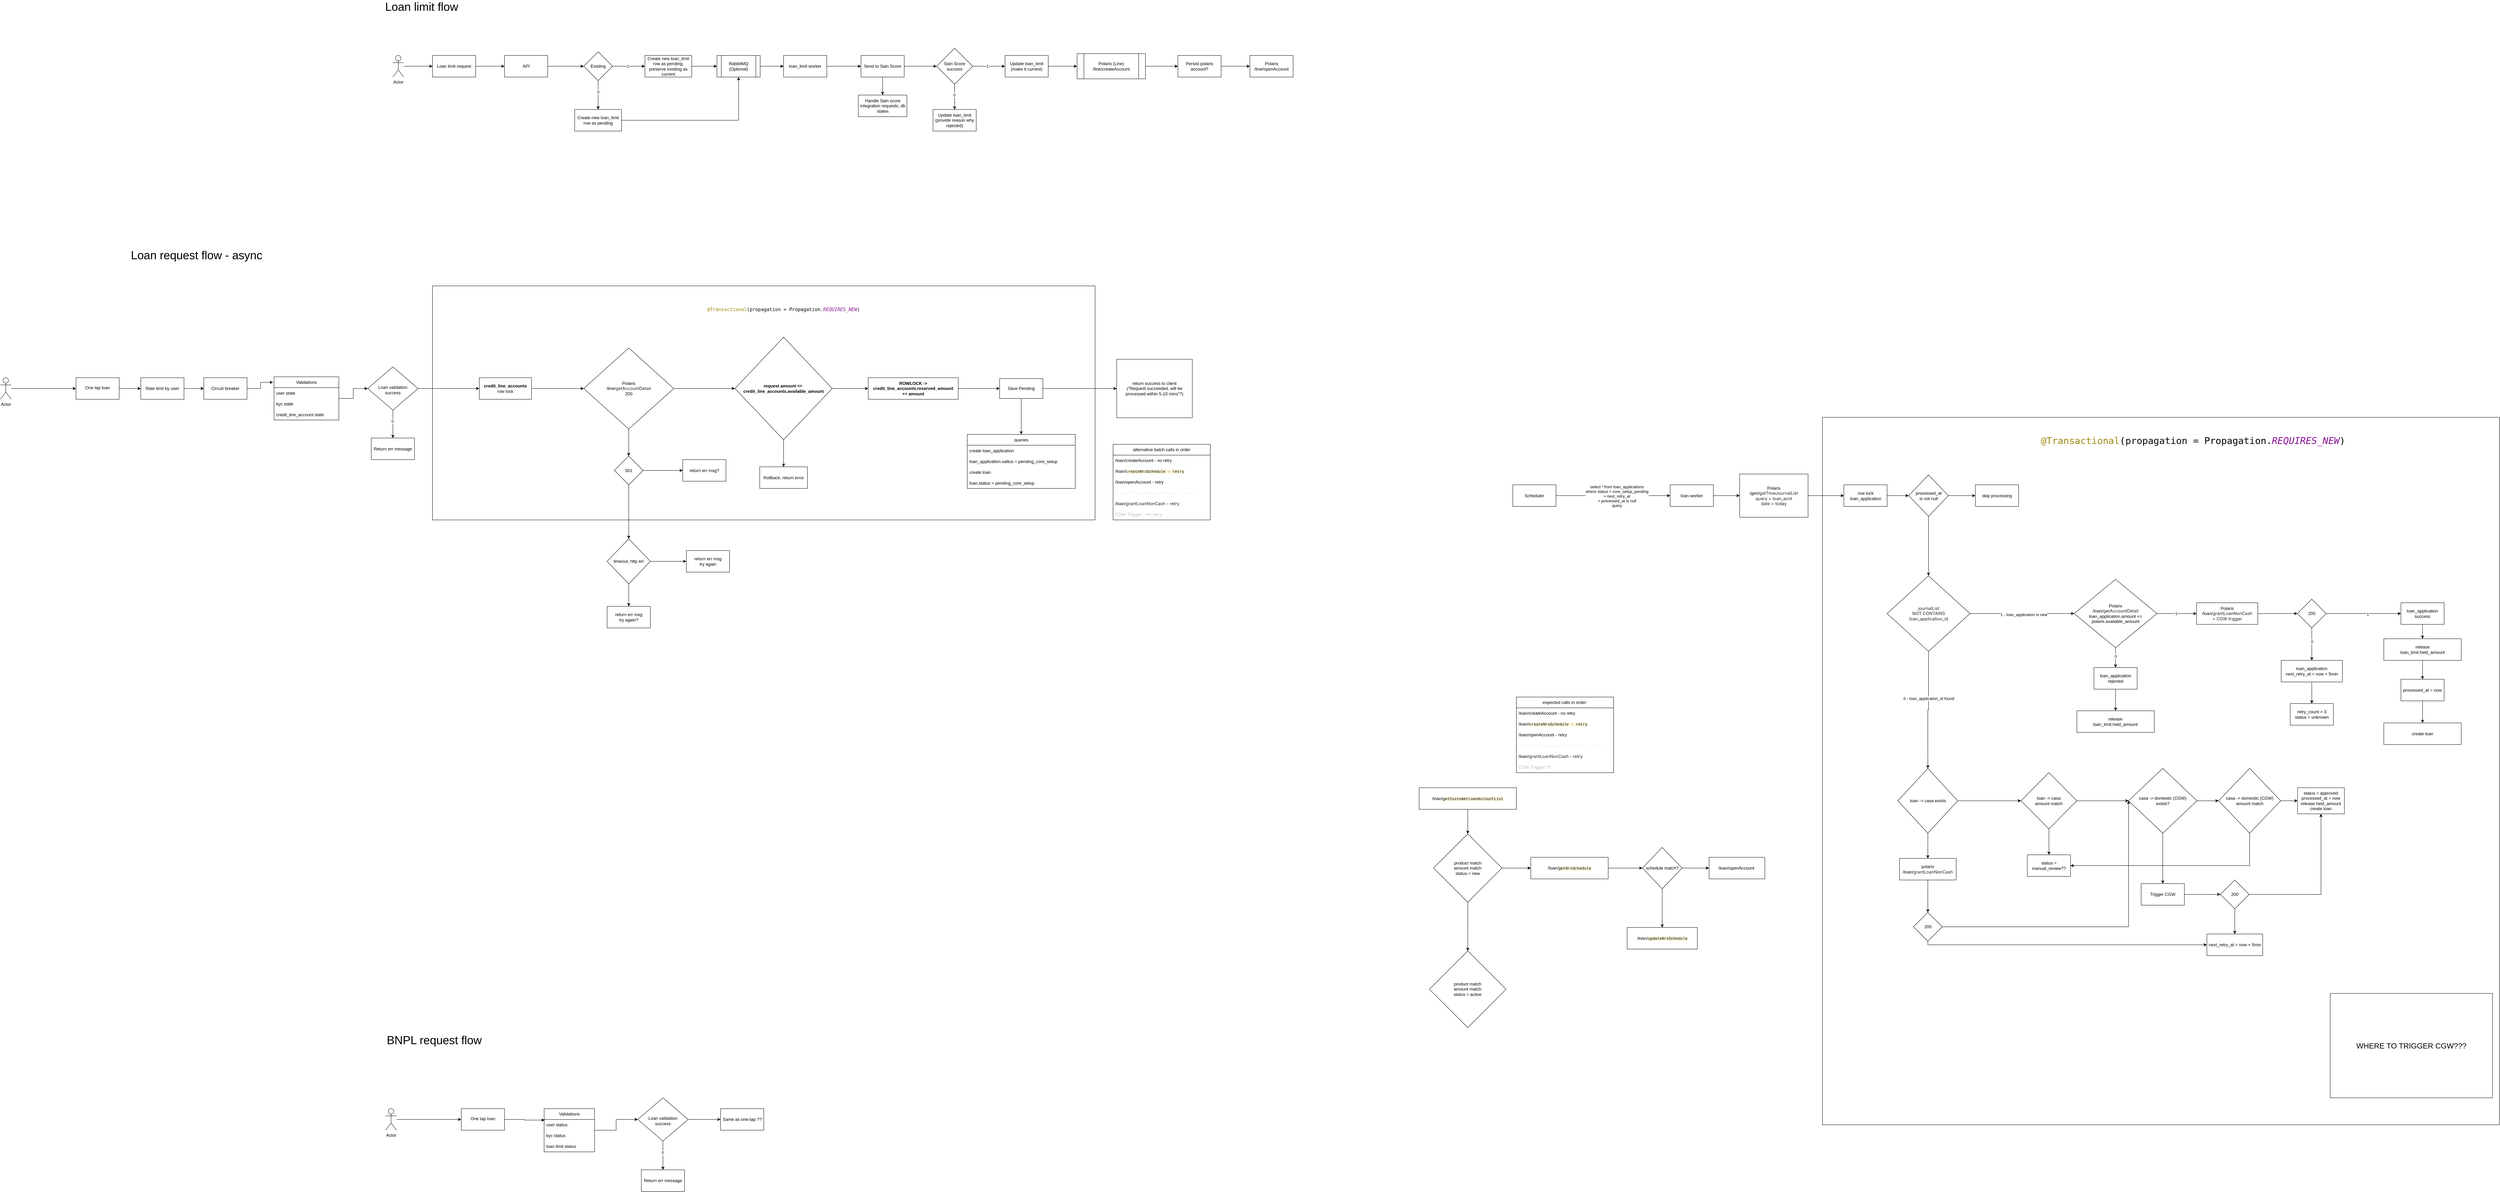
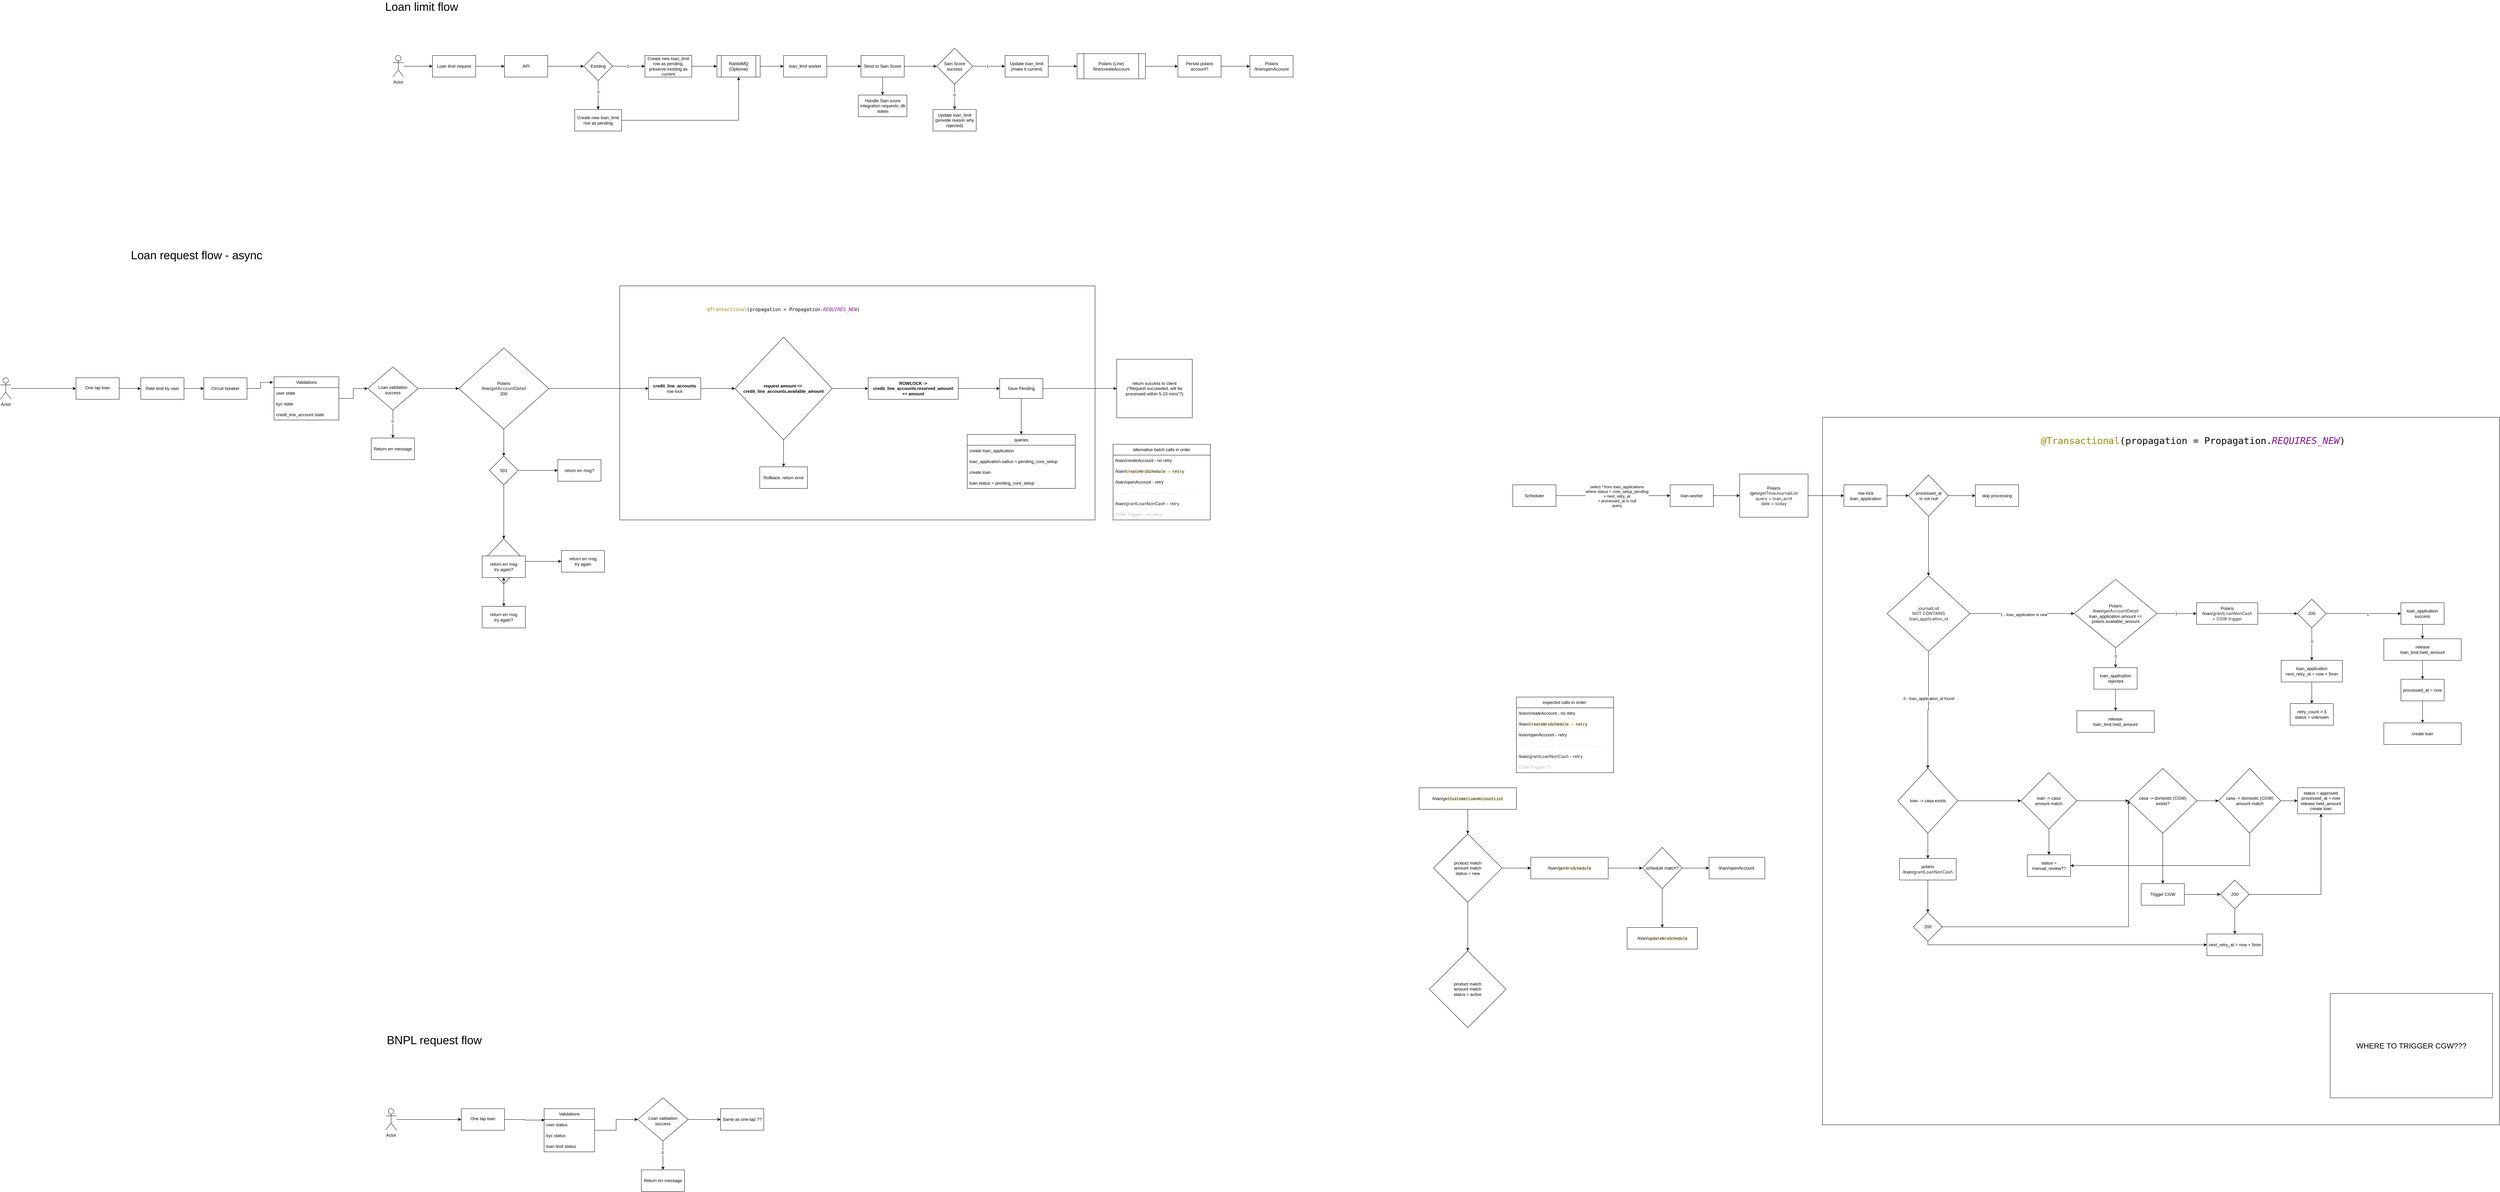
<mxfile host="app.diagrams.net">
  <diagram name="Page-1" id="VCBSuIh8bz7kurrQ0Zaz">
-     <mxGraphModel dx="2512" dy="475" grid="1" gridSize="10" guides="1" tooltips="1" connect="1" arrows="1" fold="1" page="1" pageScale="1" pageWidth="850" pageHeight="1100" math="0" shadow="0">
+     <mxGraphModel dx="3374" dy="979" grid="1" gridSize="10" guides="1" tooltips="1" connect="1" arrows="1" fold="1" page="1" pageScale="1" pageWidth="850" pageHeight="1100" math="0" shadow="0">
      <root>
        <mxCell id="0" />
        <mxCell id="1" parent="0" />
        <mxCell id="In8fDh9ZLN2M87an2Miy-188" parent="1" style="rounded=0;whiteSpace=wrap;html=1;movable=0;resizable=0;rotatable=0;deletable=0;editable=0;locked=1;connectable=0;" value="" vertex="1">
          <mxGeometry height="1965" width="1880" x="4010" y="1215" as="geometry" />
        </mxCell>
        <mxCell id="In8fDh9ZLN2M87an2Miy-172" parent="1" style="rounded=0;whiteSpace=wrap;html=1;movable=0;resizable=0;rotatable=0;deletable=0;editable=0;locked=1;connectable=0;" value="" vertex="1">
-           <mxGeometry height="650" width="1840" x="150" y="850" as="geometry" />
+           <mxGeometry height="650" width="1320" x="670" y="850" as="geometry" />
        </mxCell>
        <mxCell id="KqixbsF9o6dLofBvsG9t-5" edge="1" parent="1" source="KqixbsF9o6dLofBvsG9t-1" style="edgeStyle=orthogonalEdgeStyle;rounded=0;orthogonalLoop=1;jettySize=auto;html=1;" target="KqixbsF9o6dLofBvsG9t-4" value="">
          <mxGeometry relative="1" as="geometry" />
        </mxCell>
        <mxCell id="KqixbsF9o6dLofBvsG9t-1" parent="1" style="rounded=0;whiteSpace=wrap;html=1;" value="Loan limit request" vertex="1">
          <mxGeometry height="60" width="120" x="150" y="210" as="geometry" />
        </mxCell>
        <mxCell id="KqixbsF9o6dLofBvsG9t-3" edge="1" parent="1" source="KqixbsF9o6dLofBvsG9t-2" style="edgeStyle=orthogonalEdgeStyle;rounded=0;orthogonalLoop=1;jettySize=auto;html=1;" target="KqixbsF9o6dLofBvsG9t-1" value="">
          <mxGeometry relative="1" as="geometry" />
        </mxCell>
        <mxCell id="KqixbsF9o6dLofBvsG9t-2" parent="1" style="shape=umlActor;verticalLabelPosition=bottom;verticalAlign=top;html=1;outlineConnect=0;" value="Actor" vertex="1">
          <mxGeometry height="60" width="30" x="40" y="210" as="geometry" />
        </mxCell>
        <mxCell id="KqixbsF9o6dLofBvsG9t-9" edge="1" parent="1" source="KqixbsF9o6dLofBvsG9t-4" style="edgeStyle=orthogonalEdgeStyle;rounded=0;orthogonalLoop=1;jettySize=auto;html=1;" target="KqixbsF9o6dLofBvsG9t-8" value="">
          <mxGeometry relative="1" as="geometry" />
        </mxCell>
        <mxCell id="KqixbsF9o6dLofBvsG9t-4" parent="1" style="rounded=0;whiteSpace=wrap;html=1;" value="API" vertex="1">
          <mxGeometry height="60" width="120" x="350" y="210" as="geometry" />
        </mxCell>
        <mxCell id="KqixbsF9o6dLofBvsG9t-11" edge="1" parent="1" source="KqixbsF9o6dLofBvsG9t-8" style="edgeStyle=orthogonalEdgeStyle;rounded=0;orthogonalLoop=1;jettySize=auto;html=1;" target="KqixbsF9o6dLofBvsG9t-10" value="">
          <mxGeometry relative="1" as="geometry" />
        </mxCell>
        <mxCell id="KqixbsF9o6dLofBvsG9t-12" connectable="0" parent="KqixbsF9o6dLofBvsG9t-11" style="edgeLabel;html=1;align=center;verticalAlign=middle;resizable=0;points=[];" value="1" vertex="1">
          <mxGeometry relative="1" x="-0.079" as="geometry">
            <mxPoint as="offset" />
          </mxGeometry>
        </mxCell>
        <mxCell id="KqixbsF9o6dLofBvsG9t-14" edge="1" parent="1" source="KqixbsF9o6dLofBvsG9t-8" style="edgeStyle=orthogonalEdgeStyle;rounded=0;orthogonalLoop=1;jettySize=auto;html=1;" target="KqixbsF9o6dLofBvsG9t-13" value="">
          <mxGeometry relative="1" as="geometry" />
        </mxCell>
        <mxCell id="KqixbsF9o6dLofBvsG9t-15" connectable="0" parent="KqixbsF9o6dLofBvsG9t-14" style="edgeLabel;html=1;align=center;verticalAlign=middle;resizable=0;points=[];" value="0" vertex="1">
          <mxGeometry relative="1" x="-0.2407" as="geometry">
            <mxPoint as="offset" />
          </mxGeometry>
        </mxCell>
        <mxCell id="KqixbsF9o6dLofBvsG9t-8" parent="1" style="rhombus;whiteSpace=wrap;html=1;rounded=0;" value="Existing" vertex="1">
          <mxGeometry height="80" width="80" x="570" y="200" as="geometry" />
        </mxCell>
        <mxCell id="KqixbsF9o6dLofBvsG9t-23" edge="1" parent="1" source="KqixbsF9o6dLofBvsG9t-10" style="edgeStyle=orthogonalEdgeStyle;rounded=0;orthogonalLoop=1;jettySize=auto;html=1;" target="KqixbsF9o6dLofBvsG9t-22" value="">
          <mxGeometry relative="1" as="geometry" />
        </mxCell>
        <mxCell id="KqixbsF9o6dLofBvsG9t-10" parent="1" style="whiteSpace=wrap;html=1;rounded=0;" value="Create new loan_limit row as pending, preserve existing as current" vertex="1">
          <mxGeometry height="60" width="130" x="740" y="210" as="geometry" />
        </mxCell>
        <mxCell id="KqixbsF9o6dLofBvsG9t-26" edge="1" parent="1" source="KqixbsF9o6dLofBvsG9t-13" style="edgeStyle=orthogonalEdgeStyle;rounded=0;orthogonalLoop=1;jettySize=auto;html=1;entryX=0.5;entryY=1;entryDx=0;entryDy=0;" target="KqixbsF9o6dLofBvsG9t-22">
          <mxGeometry relative="1" as="geometry" />
        </mxCell>
        <mxCell id="KqixbsF9o6dLofBvsG9t-13" parent="1" style="whiteSpace=wrap;html=1;rounded=0;" value="Create new loan_limit row as pending" vertex="1">
          <mxGeometry height="60" width="130" x="545" y="360" as="geometry" />
        </mxCell>
        <mxCell id="KqixbsF9o6dLofBvsG9t-25" edge="1" parent="1" source="KqixbsF9o6dLofBvsG9t-22" style="edgeStyle=orthogonalEdgeStyle;rounded=0;orthogonalLoop=1;jettySize=auto;html=1;" target="KqixbsF9o6dLofBvsG9t-24" value="">
          <mxGeometry relative="1" as="geometry" />
        </mxCell>
        <mxCell id="KqixbsF9o6dLofBvsG9t-22" parent="1" style="shape=process;whiteSpace=wrap;html=1;backgroundOutline=1;rounded=0;" value="RabbitMQ (Optional)" vertex="1">
          <mxGeometry height="60" width="120" x="940" y="210" as="geometry" />
        </mxCell>
        <mxCell id="KqixbsF9o6dLofBvsG9t-28" edge="1" parent="1" source="KqixbsF9o6dLofBvsG9t-24" style="edgeStyle=orthogonalEdgeStyle;rounded=0;orthogonalLoop=1;jettySize=auto;html=1;" target="KqixbsF9o6dLofBvsG9t-27" value="">
          <mxGeometry relative="1" as="geometry" />
        </mxCell>
        <mxCell id="KqixbsF9o6dLofBvsG9t-24" parent="1" style="whiteSpace=wrap;html=1;rounded=0;" value="loan_limit worker" vertex="1">
          <mxGeometry height="60" width="120" x="1125" y="210" as="geometry" />
        </mxCell>
        <mxCell id="KqixbsF9o6dLofBvsG9t-30" edge="1" parent="1" source="KqixbsF9o6dLofBvsG9t-27" style="edgeStyle=orthogonalEdgeStyle;rounded=0;orthogonalLoop=1;jettySize=auto;html=1;" target="KqixbsF9o6dLofBvsG9t-29" value="">
          <mxGeometry relative="1" as="geometry" />
        </mxCell>
        <mxCell id="KqixbsF9o6dLofBvsG9t-38" edge="1" parent="1" source="KqixbsF9o6dLofBvsG9t-27" style="edgeStyle=orthogonalEdgeStyle;rounded=0;orthogonalLoop=1;jettySize=auto;html=1;" target="KqixbsF9o6dLofBvsG9t-37" value="">
          <mxGeometry relative="1" as="geometry" />
        </mxCell>
        <mxCell id="KqixbsF9o6dLofBvsG9t-27" parent="1" style="whiteSpace=wrap;html=1;rounded=0;" value="Send to Sain Score" vertex="1">
          <mxGeometry height="60" width="120" x="1340" y="210" as="geometry" />
        </mxCell>
        <mxCell id="KqixbsF9o6dLofBvsG9t-32" edge="1" parent="1" source="KqixbsF9o6dLofBvsG9t-29" style="edgeStyle=orthogonalEdgeStyle;rounded=0;orthogonalLoop=1;jettySize=auto;html=1;" target="KqixbsF9o6dLofBvsG9t-31" value="">
          <mxGeometry relative="1" as="geometry" />
        </mxCell>
        <mxCell id="KqixbsF9o6dLofBvsG9t-33" connectable="0" parent="KqixbsF9o6dLofBvsG9t-32" style="edgeLabel;html=1;align=center;verticalAlign=middle;resizable=0;points=[];" value="1" vertex="1">
          <mxGeometry relative="1" x="-0.1048" as="geometry">
            <mxPoint as="offset" />
          </mxGeometry>
        </mxCell>
        <mxCell id="KqixbsF9o6dLofBvsG9t-35" edge="1" parent="1" source="KqixbsF9o6dLofBvsG9t-29" style="edgeStyle=orthogonalEdgeStyle;rounded=0;orthogonalLoop=1;jettySize=auto;html=1;" target="KqixbsF9o6dLofBvsG9t-34" value="">
          <mxGeometry relative="1" as="geometry" />
        </mxCell>
        <mxCell id="KqixbsF9o6dLofBvsG9t-36" connectable="0" parent="KqixbsF9o6dLofBvsG9t-35" style="edgeLabel;html=1;align=center;verticalAlign=middle;resizable=0;points=[];" value="0" vertex="1">
          <mxGeometry relative="1" x="-0.1429" y="-1" as="geometry">
            <mxPoint as="offset" />
          </mxGeometry>
        </mxCell>
        <mxCell id="KqixbsF9o6dLofBvsG9t-29" parent="1" style="rhombus;whiteSpace=wrap;html=1;rounded=0;" value="Sain Score success" vertex="1">
          <mxGeometry height="100" width="100" x="1550" y="190" as="geometry" />
        </mxCell>
        <mxCell id="KqixbsF9o6dLofBvsG9t-66" edge="1" parent="1" source="KqixbsF9o6dLofBvsG9t-31" style="edgeStyle=orthogonalEdgeStyle;rounded=0;orthogonalLoop=1;jettySize=auto;html=1;" target="KqixbsF9o6dLofBvsG9t-65" value="">
          <mxGeometry relative="1" as="geometry" />
        </mxCell>
        <mxCell id="KqixbsF9o6dLofBvsG9t-31" parent="1" style="whiteSpace=wrap;html=1;rounded=0;" value="Update loan_limit (make it current)" vertex="1">
          <mxGeometry height="60" width="120" x="1740" y="210" as="geometry" />
        </mxCell>
        <mxCell id="KqixbsF9o6dLofBvsG9t-34" parent="1" style="whiteSpace=wrap;html=1;rounded=0;" value="Update loan_limit&lt;br&gt;(provide reason why rejected)" vertex="1">
          <mxGeometry height="60" width="120" x="1540" y="360" as="geometry" />
        </mxCell>
        <mxCell id="KqixbsF9o6dLofBvsG9t-37" parent="1" style="whiteSpace=wrap;html=1;rounded=0;" value="Handle Sain score integration requests, db states" vertex="1">
          <mxGeometry height="60" width="135" x="1332.5" y="320" as="geometry" />
        </mxCell>
        <mxCell id="KqixbsF9o6dLofBvsG9t-40" parent="1" style="text;html=1;whiteSpace=wrap;strokeColor=none;fillColor=none;align=center;verticalAlign=middle;rounded=0;fontSize=32;" value="Loan limit flow" vertex="1">
          <mxGeometry height="30" width="260" x="-10" y="60" as="geometry" />
        </mxCell>
        <mxCell id="KqixbsF9o6dLofBvsG9t-74" edge="1" parent="1" source="KqixbsF9o6dLofBvsG9t-65" style="edgeStyle=orthogonalEdgeStyle;rounded=0;orthogonalLoop=1;jettySize=auto;html=1;" target="KqixbsF9o6dLofBvsG9t-73" value="">
          <mxGeometry relative="1" as="geometry" />
        </mxCell>
        <mxCell id="KqixbsF9o6dLofBvsG9t-65" parent="1" style="shape=process;whiteSpace=wrap;html=1;backgroundOutline=1;rounded=0;" value="Polaris (Line)&lt;br&gt;/line/createAccount" vertex="1">
          <mxGeometry height="70" width="190" x="1940" y="205" as="geometry" />
        </mxCell>
        <mxCell id="P7TJZT1PVnBYbLh7lMs1-4" edge="1" parent="1" source="KqixbsF9o6dLofBvsG9t-73" style="edgeStyle=orthogonalEdgeStyle;rounded=0;orthogonalLoop=1;jettySize=auto;html=1;" target="P7TJZT1PVnBYbLh7lMs1-3" value="">
          <mxGeometry relative="1" as="geometry" />
        </mxCell>
        <mxCell id="KqixbsF9o6dLofBvsG9t-73" parent="1" style="whiteSpace=wrap;html=1;rounded=0;" value="Persist polaris account?" vertex="1">
          <mxGeometry height="60" width="120" x="2220" y="210" as="geometry" />
        </mxCell>
        <mxCell id="U8Ajh8Gpa-m2DNKNFQys-1" parent="1" style="text;html=1;whiteSpace=wrap;strokeColor=none;fillColor=none;align=center;verticalAlign=middle;rounded=0;fontSize=32;" value="Loan request flow - async" vertex="1">
          <mxGeometry height="30" width="590" x="-800" y="750" as="geometry" />
        </mxCell>
        <mxCell id="In8fDh9ZLN2M87an2Miy-1" edge="1" parent="1" source="In8fDh9ZLN2M87an2Miy-2" style="edgeStyle=orthogonalEdgeStyle;rounded=0;orthogonalLoop=1;jettySize=auto;html=1;" target="In8fDh9ZLN2M87an2Miy-4" value="">
          <mxGeometry relative="1" as="geometry" />
        </mxCell>
        <mxCell id="In8fDh9ZLN2M87an2Miy-2" parent="1" style="shape=umlActor;verticalLabelPosition=bottom;verticalAlign=top;html=1;outlineConnect=0;" value="Actor" vertex="1">
          <mxGeometry height="60" width="30" x="-1050" y="1105" as="geometry" />
        </mxCell>
        <mxCell id="P7TJZT1PVnBYbLh7lMs1-42" edge="1" parent="1" source="In8fDh9ZLN2M87an2Miy-4" style="edgeStyle=orthogonalEdgeStyle;rounded=0;orthogonalLoop=1;jettySize=auto;html=1;" target="P7TJZT1PVnBYbLh7lMs1-41" value="">
          <mxGeometry relative="1" as="geometry" />
        </mxCell>
        <mxCell id="In8fDh9ZLN2M87an2Miy-4" parent="1" style="whiteSpace=wrap;html=1;verticalAlign=top;" value="&lt;div&gt;&lt;br&gt;&lt;/div&gt;&lt;div&gt;One tap loan&lt;/div&gt;" vertex="1">
          <mxGeometry height="60" width="120" x="-840" y="1105" as="geometry" />
        </mxCell>
        <mxCell id="In8fDh9ZLN2M87an2Miy-7" edge="1" parent="1" source="In8fDh9ZLN2M87an2Miy-9" style="edgeStyle=orthogonalEdgeStyle;rounded=0;orthogonalLoop=1;jettySize=auto;html=1;" target="In8fDh9ZLN2M87an2Miy-13" value="">
          <mxGeometry relative="1" as="geometry" />
        </mxCell>
        <mxCell id="In8fDh9ZLN2M87an2Miy-8" connectable="0" parent="In8fDh9ZLN2M87an2Miy-7" style="edgeLabel;html=1;align=center;verticalAlign=middle;resizable=0;points=[];" value="0" vertex="1">
          <mxGeometry relative="1" x="-0.2091" y="-1" as="geometry">
            <mxPoint as="offset" />
          </mxGeometry>
        </mxCell>
-         <mxCell id="P7TJZT1PVnBYbLh7lMs1-36" edge="1" parent="1" source="In8fDh9ZLN2M87an2Miy-9" style="edgeStyle=orthogonalEdgeStyle;rounded=0;orthogonalLoop=1;jettySize=auto;html=1;entryX=0;entryY=0.5;entryDx=0;entryDy=0;" target="In8fDh9ZLN2M87an2Miy-161">
+         <mxCell id="P7TJZT1PVnBYbLh7lMs1-56" edge="1" parent="1" source="In8fDh9ZLN2M87an2Miy-9" style="edgeStyle=orthogonalEdgeStyle;rounded=0;orthogonalLoop=1;jettySize=auto;html=1;entryX=0;entryY=0.5;entryDx=0;entryDy=0;" target="In8fDh9ZLN2M87an2Miy-228">
          <mxGeometry relative="1" as="geometry" />
        </mxCell>
        <mxCell id="In8fDh9ZLN2M87an2Miy-9" parent="1" style="rhombus;whiteSpace=wrap;html=1;verticalAlign=top;" value="&lt;br&gt;&lt;br&gt;&lt;div&gt;&lt;br&gt;&lt;/div&gt;&lt;div&gt;Loan validation&lt;br&gt;success&lt;/div&gt;" vertex="1">
          <mxGeometry height="120" width="140" x="-30" y="1075" as="geometry" />
        </mxCell>
        <mxCell id="In8fDh9ZLN2M87an2Miy-10" edge="1" parent="1" source="In8fDh9ZLN2M87an2Miy-12" style="edgeStyle=orthogonalEdgeStyle;rounded=0;orthogonalLoop=1;jettySize=auto;html=1;entryX=0.5;entryY=0;entryDx=0;entryDy=0;" target="In8fDh9ZLN2M87an2Miy-14">
          <mxGeometry relative="1" as="geometry" />
        </mxCell>
        <mxCell id="In8fDh9ZLN2M87an2Miy-54" edge="1" parent="1" source="In8fDh9ZLN2M87an2Miy-105" style="edgeStyle=orthogonalEdgeStyle;rounded=0;orthogonalLoop=1;jettySize=auto;html=1;exitX=1;exitY=0.5;exitDx=0;exitDy=0;" target="In8fDh9ZLN2M87an2Miy-53" value="">
          <mxGeometry relative="1" as="geometry">
            <mxPoint x="3329.5" y="1432.5" as="sourcePoint" />
          </mxGeometry>
        </mxCell>
        <mxCell id="In8fDh9ZLN2M87an2Miy-55" connectable="0" parent="In8fDh9ZLN2M87an2Miy-54" style="edgeLabel;html=1;align=center;verticalAlign=middle;resizable=0;points=[];" value="select * from loan_applications&lt;br&gt;where status = core_setup_pending&lt;br&gt;+ next_retry_at&lt;br&gt;+ processed_at is null&lt;br&gt;query" vertex="1">
          <mxGeometry relative="1" x="0.0637" y="-1" as="geometry">
            <mxPoint as="offset" />
          </mxGeometry>
        </mxCell>
        <mxCell id="In8fDh9ZLN2M87an2Miy-246" edge="1" parent="1" source="In8fDh9ZLN2M87an2Miy-12" style="edgeStyle=orthogonalEdgeStyle;rounded=0;orthogonalLoop=1;jettySize=auto;html=1;entryX=0;entryY=0.5;entryDx=0;entryDy=0;" target="In8fDh9ZLN2M87an2Miy-185">
          <mxGeometry relative="1" as="geometry">
            <mxPoint x="2120" y="1137" as="targetPoint" />
          </mxGeometry>
        </mxCell>
        <mxCell id="In8fDh9ZLN2M87an2Miy-12" parent="1" style="whiteSpace=wrap;html=1;verticalAlign=middle;" value="Save Pending" vertex="1">
          <mxGeometry height="55" width="120" x="1725" y="1107.5" as="geometry" />
        </mxCell>
        <mxCell id="In8fDh9ZLN2M87an2Miy-13" parent="1" style="whiteSpace=wrap;html=1;verticalAlign=middle;" value="Return err message" vertex="1">
          <mxGeometry height="60" width="120" x="-20" y="1272.5" as="geometry" />
        </mxCell>
        <mxCell id="In8fDh9ZLN2M87an2Miy-14" parent="1" style="swimlane;fontStyle=0;childLayout=stackLayout;horizontal=1;startSize=30;horizontalStack=0;resizeParent=1;resizeParentMax=0;resizeLast=0;collapsible=1;marginBottom=0;whiteSpace=wrap;html=1;" value="queries" vertex="1">
          <mxGeometry height="150" width="300" x="1635" y="1262.5" as="geometry" />
        </mxCell>
        <mxCell id="In8fDh9ZLN2M87an2Miy-15" parent="In8fDh9ZLN2M87an2Miy-14" style="text;strokeColor=none;fillColor=none;align=left;verticalAlign=middle;spacingLeft=4;spacingRight=4;overflow=hidden;points=[[0,0.5],[1,0.5]];portConstraint=eastwest;rotatable=0;whiteSpace=wrap;html=1;" value="create loan_application" vertex="1">
          <mxGeometry height="30" width="300" y="30" as="geometry" />
        </mxCell>
        <mxCell id="In8fDh9ZLN2M87an2Miy-104" parent="In8fDh9ZLN2M87an2Miy-14" style="text;strokeColor=none;fillColor=none;align=left;verticalAlign=middle;spacingLeft=4;spacingRight=4;overflow=hidden;points=[[0,0.5],[1,0.5]];portConstraint=eastwest;rotatable=0;whiteSpace=wrap;html=1;" value="loan_application.sattus = pending_core_setup" vertex="1">
          <mxGeometry height="30" width="300" y="60" as="geometry" />
        </mxCell>
        <mxCell id="In8fDh9ZLN2M87an2Miy-17" parent="In8fDh9ZLN2M87an2Miy-14" style="text;strokeColor=none;fillColor=none;align=left;verticalAlign=middle;spacingLeft=4;spacingRight=4;overflow=hidden;points=[[0,0.5],[1,0.5]];portConstraint=eastwest;rotatable=0;whiteSpace=wrap;html=1;" value="create loan" vertex="1">
          <mxGeometry height="30" width="300" y="90" as="geometry" />
        </mxCell>
        <mxCell id="P7TJZT1PVnBYbLh7lMs1-40" parent="In8fDh9ZLN2M87an2Miy-14" style="text;strokeColor=none;fillColor=none;align=left;verticalAlign=middle;spacingLeft=4;spacingRight=4;overflow=hidden;points=[[0,0.5],[1,0.5]];portConstraint=eastwest;rotatable=0;whiteSpace=wrap;html=1;" value="loan.status = pending_core_setup" vertex="1">
          <mxGeometry height="30" width="300" y="120" as="geometry" />
        </mxCell>
        <mxCell id="In8fDh9ZLN2M87an2Miy-32" edge="1" parent="1" source="In8fDh9ZLN2M87an2Miy-27" style="edgeStyle=orthogonalEdgeStyle;rounded=0;orthogonalLoop=1;jettySize=auto;html=1;entryX=0;entryY=0.5;entryDx=0;entryDy=0;" target="In8fDh9ZLN2M87an2Miy-9">
          <mxGeometry relative="1" as="geometry" />
        </mxCell>
        <mxCell id="In8fDh9ZLN2M87an2Miy-27" parent="1" style="swimlane;fontStyle=0;childLayout=stackLayout;horizontal=1;startSize=30;horizontalStack=0;resizeParent=1;resizeParentMax=0;resizeLast=0;collapsible=1;marginBottom=0;whiteSpace=wrap;html=1;" value="Validations" vertex="1">
          <mxGeometry height="120" width="180" x="-290" y="1102.5" as="geometry" />
        </mxCell>
        <mxCell id="In8fDh9ZLN2M87an2Miy-28" parent="In8fDh9ZLN2M87an2Miy-27" style="text;strokeColor=none;fillColor=none;align=left;verticalAlign=middle;spacingLeft=4;spacingRight=4;overflow=hidden;points=[[0,0.5],[1,0.5]];portConstraint=eastwest;rotatable=0;whiteSpace=wrap;html=1;" value="user state" vertex="1">
          <mxGeometry height="30" width="180" y="30" as="geometry" />
        </mxCell>
        <mxCell id="In8fDh9ZLN2M87an2Miy-29" parent="In8fDh9ZLN2M87an2Miy-27" style="text;strokeColor=none;fillColor=none;align=left;verticalAlign=middle;spacingLeft=4;spacingRight=4;overflow=hidden;points=[[0,0.5],[1,0.5]];portConstraint=eastwest;rotatable=0;whiteSpace=wrap;html=1;" value="kyc state" vertex="1">
          <mxGeometry height="30" width="180" y="60" as="geometry" />
        </mxCell>
        <mxCell id="In8fDh9ZLN2M87an2Miy-33" parent="In8fDh9ZLN2M87an2Miy-27" style="text;strokeColor=none;fillColor=none;align=left;verticalAlign=middle;spacingLeft=4;spacingRight=4;overflow=hidden;points=[[0,0.5],[1,0.5]];portConstraint=eastwest;rotatable=0;whiteSpace=wrap;html=1;" value="credit_line_account state" vertex="1">
          <mxGeometry height="30" width="180" y="90" as="geometry" />
        </mxCell>
        <mxCell id="In8fDh9ZLN2M87an2Miy-116" edge="1" parent="1" source="In8fDh9ZLN2M87an2Miy-53" style="edgeStyle=orthogonalEdgeStyle;rounded=0;orthogonalLoop=1;jettySize=auto;html=1;entryX=0;entryY=0.5;entryDx=0;entryDy=0;" target="In8fDh9ZLN2M87an2Miy-68">
          <mxGeometry relative="1" as="geometry" />
        </mxCell>
        <mxCell id="In8fDh9ZLN2M87an2Miy-53" parent="1" style="whiteSpace=wrap;html=1;" value="loan worker" vertex="1">
          <mxGeometry height="60" width="120" x="3587" y="1402.5" as="geometry" />
        </mxCell>
        <mxCell id="In8fDh9ZLN2M87an2Miy-67" edge="1" parent="1" source="In8fDh9ZLN2M87an2Miy-58" style="edgeStyle=orthogonalEdgeStyle;rounded=0;orthogonalLoop=1;jettySize=auto;html=1;entryX=0;entryY=0.5;entryDx=0;entryDy=0;" target="In8fDh9ZLN2M87an2Miy-66" value="">
          <mxGeometry relative="1" as="geometry">
            <mxPoint x="5343.87" y="1760" as="targetPoint" />
          </mxGeometry>
        </mxCell>
        <mxCell id="In8fDh9ZLN2M87an2Miy-58" parent="1" style="whiteSpace=wrap;html=1;" value="Polaris /loan/&lt;span style=&quot;color: rgb(33, 33, 33); font-family: Inter, system-ui, -apple-system, &amp;quot;system-ui&amp;quot;, &amp;quot;Segoe UI&amp;quot;, Roboto, Oxygen, Ubuntu, Cantarell, &amp;quot;Fira Sans&amp;quot;, &amp;quot;Droid Sans&amp;quot;, Helvetica, Arial, sans-serif; text-align: left; white-space: pre-wrap; background-color: rgb(255, 255, 255);&quot;&gt;grantLoanNonCash&lt;br/&gt;+ CGW trigger&lt;/span&gt;" vertex="1">
          <mxGeometry height="60" width="170" x="5048.87" y="1730" as="geometry" />
        </mxCell>
        <mxCell id="In8fDh9ZLN2M87an2Miy-62" edge="1" parent="1" source="In8fDh9ZLN2M87an2Miy-59" style="edgeStyle=orthogonalEdgeStyle;rounded=0;orthogonalLoop=1;jettySize=auto;html=1;" target="In8fDh9ZLN2M87an2Miy-61" value="">
          <mxGeometry relative="1" as="geometry" />
        </mxCell>
        <mxCell id="In8fDh9ZLN2M87an2Miy-91" connectable="0" parent="In8fDh9ZLN2M87an2Miy-62" style="edgeLabel;html=1;align=center;verticalAlign=middle;resizable=0;points=[];" value="0" vertex="1">
          <mxGeometry relative="1" x="-0.1431" as="geometry">
            <mxPoint as="offset" />
          </mxGeometry>
        </mxCell>
        <mxCell id="In8fDh9ZLN2M87an2Miy-65" edge="1" parent="1" source="In8fDh9ZLN2M87an2Miy-59" style="edgeStyle=orthogonalEdgeStyle;rounded=0;orthogonalLoop=1;jettySize=auto;html=1;" target="In8fDh9ZLN2M87an2Miy-58">
          <mxGeometry relative="1" as="geometry" />
        </mxCell>
        <mxCell id="In8fDh9ZLN2M87an2Miy-90" connectable="0" parent="In8fDh9ZLN2M87an2Miy-65" style="edgeLabel;html=1;align=center;verticalAlign=middle;resizable=0;points=[];" value="1" vertex="1">
          <mxGeometry relative="1" x="-0.0451" as="geometry">
            <mxPoint as="offset" />
          </mxGeometry>
        </mxCell>
        <mxCell id="In8fDh9ZLN2M87an2Miy-59" parent="1" style="rhombus;whiteSpace=wrap;html=1;" value="Polaris&lt;br&gt;/loan/&lt;span style=&quot;color: rgb(33, 33, 33); font-family: Inter, system-ui, -apple-system, &amp;quot;system-ui&amp;quot;, &amp;quot;Segoe UI&amp;quot;, Roboto, Oxygen, Ubuntu, Cantarell, &amp;quot;Fira Sans&amp;quot;, &amp;quot;Droid Sans&amp;quot;, Helvetica, Arial, sans-serif; text-align: left; white-space: pre-wrap; background-color: rgb(255, 255, 255);&quot;&gt;getAccountDetail&lt;/span&gt;&lt;br&gt;loan_application.amount &amp;lt;= polaris.available_amount" vertex="1">
          <mxGeometry height="190" width="230" x="4708.87" y="1665" as="geometry" />
        </mxCell>
        <mxCell id="In8fDh9ZLN2M87an2Miy-64" edge="1" parent="1" source="In8fDh9ZLN2M87an2Miy-61" style="edgeStyle=orthogonalEdgeStyle;rounded=0;orthogonalLoop=1;jettySize=auto;html=1;" target="In8fDh9ZLN2M87an2Miy-63" value="">
          <mxGeometry relative="1" as="geometry" />
        </mxCell>
        <mxCell id="In8fDh9ZLN2M87an2Miy-61" parent="1" style="whiteSpace=wrap;html=1;" value="loan_application&lt;br&gt;rejected" vertex="1">
          <mxGeometry height="60" width="120" x="4763.87" y="1910" as="geometry" />
        </mxCell>
        <mxCell id="In8fDh9ZLN2M87an2Miy-63" parent="1" style="whiteSpace=wrap;html=1;" value="release &lt;br&gt;loan_limit.held_amount" vertex="1">
          <mxGeometry height="60" width="215" x="4716.37" y="2030" as="geometry" />
        </mxCell>
        <mxCell id="In8fDh9ZLN2M87an2Miy-81" edge="1" parent="1" source="In8fDh9ZLN2M87an2Miy-66" style="edgeStyle=orthogonalEdgeStyle;rounded=0;orthogonalLoop=1;jettySize=auto;html=1;entryX=0;entryY=0.5;entryDx=0;entryDy=0;" target="In8fDh9ZLN2M87an2Miy-79">
          <mxGeometry relative="1" as="geometry" />
        </mxCell>
        <mxCell id="In8fDh9ZLN2M87an2Miy-92" connectable="0" parent="In8fDh9ZLN2M87an2Miy-81" style="edgeLabel;html=1;align=center;verticalAlign=middle;resizable=0;points=[];" value="1" vertex="1">
          <mxGeometry relative="1" x="0.1055" y="-2" as="geometry">
            <mxPoint as="offset" />
          </mxGeometry>
        </mxCell>
        <mxCell id="In8fDh9ZLN2M87an2Miy-83" edge="1" parent="1" source="In8fDh9ZLN2M87an2Miy-66" style="edgeStyle=orthogonalEdgeStyle;rounded=0;orthogonalLoop=1;jettySize=auto;html=1;" target="In8fDh9ZLN2M87an2Miy-82" value="">
          <mxGeometry relative="1" as="geometry" />
        </mxCell>
        <mxCell id="In8fDh9ZLN2M87an2Miy-93" connectable="0" parent="In8fDh9ZLN2M87an2Miy-83" style="edgeLabel;html=1;align=center;verticalAlign=middle;resizable=0;points=[];" value="0" vertex="1">
          <mxGeometry relative="1" x="-0.1623" as="geometry">
            <mxPoint as="offset" />
          </mxGeometry>
        </mxCell>
        <mxCell id="In8fDh9ZLN2M87an2Miy-66" parent="1" style="rhombus;whiteSpace=wrap;html=1;" value="200" vertex="1">
          <mxGeometry height="80" width="80" x="5328.87" y="1720" as="geometry" />
        </mxCell>
        <mxCell id="In8fDh9ZLN2M87an2Miy-119" edge="1" parent="1" source="In8fDh9ZLN2M87an2Miy-68" style="edgeStyle=orthogonalEdgeStyle;rounded=0;orthogonalLoop=1;jettySize=auto;html=1;" target="In8fDh9ZLN2M87an2Miy-118" value="">
          <mxGeometry relative="1" as="geometry" />
        </mxCell>
        <mxCell id="In8fDh9ZLN2M87an2Miy-68" parent="1" style="whiteSpace=wrap;html=1;" value="Polaris&lt;br&gt;/gen/&lt;span style=&quot;white-space: pre-wrap; color: rgb(33, 33, 33); font-family: Inter, system-ui, -apple-system, &amp;quot;system-ui&amp;quot;, &amp;quot;Segoe UI&amp;quot;, Roboto, Oxygen, Ubuntu, Cantarell, &amp;quot;Fira Sans&amp;quot;, &amp;quot;Droid Sans&amp;quot;, Helvetica, Arial, sans-serif; text-align: left; background-color: rgb(255, 255, 255);&quot;&gt;getTmwJournalList&lt;br&gt;query = loan_acnt&lt;br/&gt;date = today&lt;/span&gt;" vertex="1">
          <mxGeometry height="120" width="190" x="3780" y="1372.5" as="geometry" />
        </mxCell>
        <mxCell id="In8fDh9ZLN2M87an2Miy-71" edge="1" parent="1" source="In8fDh9ZLN2M87an2Miy-69" style="edgeStyle=orthogonalEdgeStyle;rounded=0;orthogonalLoop=1;jettySize=auto;html=1;entryX=0;entryY=0.5;entryDx=0;entryDy=0;" target="In8fDh9ZLN2M87an2Miy-59">
          <mxGeometry relative="1" as="geometry" />
        </mxCell>
        <mxCell id="In8fDh9ZLN2M87an2Miy-77" connectable="0" parent="In8fDh9ZLN2M87an2Miy-71" style="edgeLabel;html=1;align=center;verticalAlign=middle;resizable=0;points=[];" value="1 - loan_application is new" vertex="1">
          <mxGeometry relative="1" x="0.0312" y="-3" as="geometry">
            <mxPoint as="offset" />
          </mxGeometry>
        </mxCell>
        <mxCell id="In8fDh9ZLN2M87an2Miy-73" edge="1" parent="1" source="In8fDh9ZLN2M87an2Miy-69" style="edgeStyle=orthogonalEdgeStyle;rounded=0;orthogonalLoop=1;jettySize=auto;html=1;entryX=0.5;entryY=0;entryDx=0;entryDy=0;" target="In8fDh9ZLN2M87an2Miy-111" value="">
          <mxGeometry relative="1" as="geometry">
            <mxPoint x="4303.87" y="1960" as="targetPoint" />
          </mxGeometry>
        </mxCell>
        <mxCell id="In8fDh9ZLN2M87an2Miy-74" connectable="0" parent="In8fDh9ZLN2M87an2Miy-73" style="edgeLabel;html=1;align=center;verticalAlign=middle;resizable=0;points=[];" value="0 - loan_application_id found" vertex="1">
          <mxGeometry relative="1" x="-0.1975" as="geometry">
            <mxPoint as="offset" />
          </mxGeometry>
        </mxCell>
        <mxCell id="In8fDh9ZLN2M87an2Miy-69" parent="1" style="rhombus;whiteSpace=wrap;html=1;verticalAlign=middle;" value="&lt;div style=&quot;text-align: center;&quot;&gt;&lt;span style=&quot;background-color: light-dark(rgb(255, 255, 255), rgb(18, 18, 18)); color: light-dark(rgb(33, 33, 33), rgb(209, 209, 209)); font-family: Inter, system-ui, -apple-system, &amp;quot;system-ui&amp;quot;, &amp;quot;Segoe UI&amp;quot;, Roboto, Oxygen, Ubuntu, Cantarell, &amp;quot;Fira Sans&amp;quot;, &amp;quot;Droid Sans&amp;quot;, Helvetica, Arial, sans-serif; text-align: left; white-space: pre-wrap;&quot;&gt;journalList&lt;br&gt;NOT CONTAINS&lt;/span&gt;&lt;/div&gt;&lt;span style=&quot;white-space: pre-wrap; color: rgb(33, 33, 33); font-family: Inter, system-ui, -apple-system, &amp;quot;system-ui&amp;quot;, &amp;quot;Segoe UI&amp;quot;, Roboto, Oxygen, Ubuntu, Cantarell, &amp;quot;Fira Sans&amp;quot;, &amp;quot;Droid Sans&amp;quot;, Helvetica, Arial, sans-serif; text-align: left; background-color: rgb(255, 255, 255);&quot;&gt;loan_application_id&lt;/span&gt;" vertex="1">
          <mxGeometry height="210" width="230" x="4189.5" y="1655" as="geometry" />
        </mxCell>
        <mxCell id="In8fDh9ZLN2M87an2Miy-78" edge="1" parent="1" source="In8fDh9ZLN2M87an2Miy-79" style="edgeStyle=orthogonalEdgeStyle;rounded=0;orthogonalLoop=1;jettySize=auto;html=1;" target="In8fDh9ZLN2M87an2Miy-80" value="">
          <mxGeometry relative="1" as="geometry" />
        </mxCell>
        <mxCell id="In8fDh9ZLN2M87an2Miy-79" parent="1" style="whiteSpace=wrap;html=1;" value="loan_application&lt;br&gt;success" vertex="1">
          <mxGeometry height="60" width="120" x="5616.37" y="1730" as="geometry" />
        </mxCell>
        <mxCell id="In8fDh9ZLN2M87an2Miy-132" edge="1" parent="1" source="In8fDh9ZLN2M87an2Miy-80" style="edgeStyle=orthogonalEdgeStyle;rounded=0;orthogonalLoop=1;jettySize=auto;html=1;" target="In8fDh9ZLN2M87an2Miy-131" value="">
          <mxGeometry relative="1" as="geometry" />
        </mxCell>
        <mxCell id="In8fDh9ZLN2M87an2Miy-80" parent="1" style="whiteSpace=wrap;html=1;" value="release &lt;br&gt;loan_limit.held_amount" vertex="1">
          <mxGeometry height="60" width="215" x="5568.87" y="1830" as="geometry" />
        </mxCell>
        <mxCell id="In8fDh9ZLN2M87an2Miy-95" edge="1" parent="1" source="In8fDh9ZLN2M87an2Miy-82" style="edgeStyle=orthogonalEdgeStyle;rounded=0;orthogonalLoop=1;jettySize=auto;html=1;" target="In8fDh9ZLN2M87an2Miy-94" value="">
          <mxGeometry relative="1" as="geometry" />
        </mxCell>
        <mxCell id="In8fDh9ZLN2M87an2Miy-82" parent="1" style="whiteSpace=wrap;html=1;" value="loan_application&lt;br&gt;next_retry_at = now + 5min" vertex="1">
          <mxGeometry height="60" width="170" x="5283.87" y="1890" as="geometry" />
        </mxCell>
        <mxCell id="In8fDh9ZLN2M87an2Miy-88" parent="1" style="whiteSpace=wrap;html=1;" value="create loan" vertex="1">
          <mxGeometry height="60" width="215" x="5568.87" y="2063.75" as="geometry" />
        </mxCell>
        <mxCell id="In8fDh9ZLN2M87an2Miy-94" parent="1" style="whiteSpace=wrap;html=1;" value="retry_count &amp;gt; 3&lt;br&gt;status = unknown" vertex="1">
          <mxGeometry height="60" width="120" x="5308.87" y="2010" as="geometry" />
        </mxCell>
        <mxCell id="In8fDh9ZLN2M87an2Miy-105" parent="1" style="rounded=0;whiteSpace=wrap;html=1;" value="Scheduler" vertex="1">
          <mxGeometry height="60" width="120" x="3150" y="1402.5" as="geometry" />
        </mxCell>
        <mxCell id="In8fDh9ZLN2M87an2Miy-127" edge="1" parent="1" source="In8fDh9ZLN2M87an2Miy-111" style="edgeStyle=orthogonalEdgeStyle;rounded=0;orthogonalLoop=1;jettySize=auto;html=1;" target="In8fDh9ZLN2M87an2Miy-126" value="">
          <mxGeometry relative="1" as="geometry" />
        </mxCell>
        <mxCell id="In8fDh9ZLN2M87an2Miy-135" edge="1" parent="1" source="In8fDh9ZLN2M87an2Miy-111" style="edgeStyle=orthogonalEdgeStyle;rounded=0;orthogonalLoop=1;jettySize=auto;html=1;entryX=0;entryY=0.5;entryDx=0;entryDy=0;" target="In8fDh9ZLN2M87an2Miy-222">
          <mxGeometry relative="1" as="geometry">
            <mxPoint x="4520" y="2280" as="targetPoint" />
          </mxGeometry>
        </mxCell>
        <mxCell id="In8fDh9ZLN2M87an2Miy-111" parent="1" style="rhombus;whiteSpace=wrap;html=1;" value="loan -&amp;gt; casa exists" vertex="1">
          <mxGeometry height="180" width="166.25" x="4219.5" y="2190" as="geometry" />
        </mxCell>
        <mxCell id="In8fDh9ZLN2M87an2Miy-113" parent="1" style="whiteSpace=wrap;html=1;" value="status = approved&lt;br&gt;processed_at = now&lt;br&gt;release held_amount&lt;br&gt;create loan" vertex="1">
          <mxGeometry height="72.5" width="130" x="5329.37" y="2243.75" as="geometry" />
        </mxCell>
        <mxCell id="In8fDh9ZLN2M87an2Miy-122" edge="1" parent="1" source="In8fDh9ZLN2M87an2Miy-118" style="edgeStyle=orthogonalEdgeStyle;rounded=0;orthogonalLoop=1;jettySize=auto;html=1;" target="In8fDh9ZLN2M87an2Miy-121" value="">
          <mxGeometry relative="1" as="geometry" />
        </mxCell>
        <mxCell id="In8fDh9ZLN2M87an2Miy-118" parent="1" style="whiteSpace=wrap;html=1;" value="row lock&lt;br&gt;loan_application" vertex="1">
          <mxGeometry height="60" width="120" x="4069.5" y="1402.5" as="geometry" />
        </mxCell>
        <mxCell id="In8fDh9ZLN2M87an2Miy-124" edge="1" parent="1" source="In8fDh9ZLN2M87an2Miy-121" style="edgeStyle=orthogonalEdgeStyle;rounded=0;orthogonalLoop=1;jettySize=auto;html=1;" target="In8fDh9ZLN2M87an2Miy-123" value="">
          <mxGeometry relative="1" as="geometry" />
        </mxCell>
        <mxCell id="In8fDh9ZLN2M87an2Miy-125" edge="1" parent="1" source="In8fDh9ZLN2M87an2Miy-121" style="edgeStyle=orthogonalEdgeStyle;rounded=0;orthogonalLoop=1;jettySize=auto;html=1;entryX=0.5;entryY=0;entryDx=0;entryDy=0;" target="In8fDh9ZLN2M87an2Miy-69">
          <mxGeometry relative="1" as="geometry" />
        </mxCell>
        <mxCell id="In8fDh9ZLN2M87an2Miy-121" parent="1" style="rhombus;whiteSpace=wrap;html=1;" value="processed_at &lt;br&gt;is not null" vertex="1">
          <mxGeometry height="115" width="110" x="4249.5" y="1375" as="geometry" />
        </mxCell>
        <mxCell id="In8fDh9ZLN2M87an2Miy-123" parent="1" style="whiteSpace=wrap;html=1;" value="skip processing" vertex="1">
          <mxGeometry height="60" width="120" x="4434.5" y="1402.5" as="geometry" />
        </mxCell>
        <mxCell id="In8fDh9ZLN2M87an2Miy-216" edge="1" parent="1" source="In8fDh9ZLN2M87an2Miy-126" style="edgeStyle=orthogonalEdgeStyle;rounded=0;orthogonalLoop=1;jettySize=auto;html=1;entryX=0.5;entryY=0;entryDx=0;entryDy=0;" target="In8fDh9ZLN2M87an2Miy-214">
          <mxGeometry relative="1" as="geometry" />
        </mxCell>
        <mxCell id="In8fDh9ZLN2M87an2Miy-126" parent="1" style="whiteSpace=wrap;html=1;" value="polaris&lt;br&gt;/loan/&lt;span style=&quot;white-space: pre-wrap; color: rgb(33, 33, 33); font-family: Inter, system-ui, -apple-system, &amp;quot;system-ui&amp;quot;, &amp;quot;Segoe UI&amp;quot;, Roboto, Oxygen, Ubuntu, Cantarell, &amp;quot;Fira Sans&amp;quot;, &amp;quot;Droid Sans&amp;quot;, Helvetica, Arial, sans-serif; text-align: left; background-color: rgb(255, 255, 255);&quot;&gt;grantLoanNonCash&lt;/span&gt;" vertex="1">
          <mxGeometry height="60" width="157.38" x="4223.93" y="2440" as="geometry" />
        </mxCell>
        <mxCell id="In8fDh9ZLN2M87an2Miy-130" parent="1" style="rounded=0;whiteSpace=wrap;html=1;fontSize=21;" value="WHERE TO TRIGGER CGW???" vertex="1">
          <mxGeometry height="290" width="450.63" x="5420" y="2815" as="geometry" />
        </mxCell>
        <mxCell id="In8fDh9ZLN2M87an2Miy-133" edge="1" parent="1" source="In8fDh9ZLN2M87an2Miy-131" style="edgeStyle=orthogonalEdgeStyle;rounded=0;orthogonalLoop=1;jettySize=auto;html=1;" target="In8fDh9ZLN2M87an2Miy-88" value="">
          <mxGeometry relative="1" as="geometry" />
        </mxCell>
        <mxCell id="In8fDh9ZLN2M87an2Miy-131" parent="1" style="whiteSpace=wrap;html=1;" value="processed_at = now" vertex="1">
          <mxGeometry height="60" width="120" x="5616.37" y="1942.5" as="geometry" />
        </mxCell>
        <mxCell id="In8fDh9ZLN2M87an2Miy-141" edge="1" parent="1" source="In8fDh9ZLN2M87an2Miy-134" style="edgeStyle=orthogonalEdgeStyle;rounded=0;orthogonalLoop=1;jettySize=auto;html=1;entryX=0;entryY=0.5;entryDx=0;entryDy=0;" target="In8fDh9ZLN2M87an2Miy-139">
          <mxGeometry relative="1" as="geometry" />
        </mxCell>
        <mxCell id="In8fDh9ZLN2M87an2Miy-145" edge="1" parent="1" source="In8fDh9ZLN2M87an2Miy-134" style="edgeStyle=orthogonalEdgeStyle;rounded=0;orthogonalLoop=1;jettySize=auto;html=1;" target="In8fDh9ZLN2M87an2Miy-144" value="">
          <mxGeometry relative="1" as="geometry" />
        </mxCell>
        <mxCell id="In8fDh9ZLN2M87an2Miy-134" parent="1" style="rhombus;whiteSpace=wrap;html=1;" value="casa -&amp;gt; domestic (CGW)&lt;br&gt;exists?" vertex="1">
          <mxGeometry height="180" width="190" x="4860" y="2190" as="geometry" />
        </mxCell>
        <mxCell id="In8fDh9ZLN2M87an2Miy-142" edge="1" parent="1" source="In8fDh9ZLN2M87an2Miy-139" style="edgeStyle=orthogonalEdgeStyle;rounded=0;orthogonalLoop=1;jettySize=auto;html=1;entryX=0;entryY=0.5;entryDx=0;entryDy=0;" target="In8fDh9ZLN2M87an2Miy-113">
          <mxGeometry relative="1" as="geometry" />
        </mxCell>
        <mxCell id="In8fDh9ZLN2M87an2Miy-227" edge="1" parent="1" source="In8fDh9ZLN2M87an2Miy-139" style="edgeStyle=orthogonalEdgeStyle;rounded=0;orthogonalLoop=1;jettySize=auto;html=1;entryX=1;entryY=0.5;entryDx=0;entryDy=0;" target="In8fDh9ZLN2M87an2Miy-225">
          <mxGeometry relative="1" as="geometry">
            <Array as="points">
              <mxPoint x="5196" y="2460" />
            </Array>
          </mxGeometry>
        </mxCell>
        <mxCell id="In8fDh9ZLN2M87an2Miy-139" parent="1" style="rhombus;whiteSpace=wrap;html=1;" value="casa -&amp;gt; domestic (CGW)&lt;br&gt;amount match" vertex="1">
          <mxGeometry height="180" width="172.5" x="5110" y="2190" as="geometry" />
        </mxCell>
        <mxCell id="In8fDh9ZLN2M87an2Miy-147" edge="1" parent="1" source="In8fDh9ZLN2M87an2Miy-144" style="edgeStyle=orthogonalEdgeStyle;rounded=0;orthogonalLoop=1;jettySize=auto;html=1;" target="In8fDh9ZLN2M87an2Miy-146" value="">
          <mxGeometry relative="1" as="geometry" />
        </mxCell>
        <mxCell id="In8fDh9ZLN2M87an2Miy-144" parent="1" style="whiteSpace=wrap;html=1;" value="Trigger CGW" vertex="1">
          <mxGeometry height="60" width="120" x="4895" y="2510" as="geometry" />
        </mxCell>
        <mxCell id="In8fDh9ZLN2M87an2Miy-148" edge="1" parent="1" source="In8fDh9ZLN2M87an2Miy-146" style="edgeStyle=orthogonalEdgeStyle;rounded=0;orthogonalLoop=1;jettySize=auto;html=1;entryX=0.5;entryY=1;entryDx=0;entryDy=0;" target="In8fDh9ZLN2M87an2Miy-113">
          <mxGeometry relative="1" as="geometry" />
        </mxCell>
        <mxCell id="In8fDh9ZLN2M87an2Miy-150" edge="1" parent="1" source="In8fDh9ZLN2M87an2Miy-146" style="edgeStyle=orthogonalEdgeStyle;rounded=0;orthogonalLoop=1;jettySize=auto;html=1;" target="In8fDh9ZLN2M87an2Miy-149" value="">
          <mxGeometry relative="1" as="geometry" />
        </mxCell>
        <mxCell id="In8fDh9ZLN2M87an2Miy-146" parent="1" style="rhombus;whiteSpace=wrap;html=1;" value="200" vertex="1">
          <mxGeometry height="80" width="80" x="5115" y="2500" as="geometry" />
        </mxCell>
        <mxCell id="In8fDh9ZLN2M87an2Miy-149" parent="1" style="whiteSpace=wrap;html=1;" value="next_retry_at = now + 5min" vertex="1">
          <mxGeometry height="60" width="155" x="5077.5" y="2650" as="geometry" />
        </mxCell>
        <mxCell id="In8fDh9ZLN2M87an2Miy-176" edge="1" parent="1" source="In8fDh9ZLN2M87an2Miy-152" style="edgeStyle=orthogonalEdgeStyle;rounded=0;orthogonalLoop=1;jettySize=auto;html=1;" target="In8fDh9ZLN2M87an2Miy-175" value="">
          <mxGeometry relative="1" as="geometry" />
        </mxCell>
        <mxCell id="In8fDh9ZLN2M87an2Miy-244" edge="1" parent="1" source="In8fDh9ZLN2M87an2Miy-152" style="edgeStyle=orthogonalEdgeStyle;rounded=0;orthogonalLoop=1;jettySize=auto;html=1;entryX=0;entryY=0.5;entryDx=0;entryDy=0;" target="In8fDh9ZLN2M87an2Miy-162">
          <mxGeometry relative="1" as="geometry" />
        </mxCell>
        <mxCell id="In8fDh9ZLN2M87an2Miy-152" parent="1" style="rhombus;whiteSpace=wrap;html=1;align=center;" value="&lt;div style=&quot;&quot;&gt;&lt;span style=&quot;background-color: transparent; color: light-dark(rgb(0, 0, 0), rgb(255, 255, 255));&quot;&gt;&lt;b&gt;request amount &amp;lt;=&amp;nbsp;&lt;br&gt;&lt;/b&gt;&lt;/span&gt;&lt;span style=&quot;font-weight: 700; background-color: transparent; color: light-dark(rgb(0, 0, 0), rgb(255, 255, 255));&quot;&gt;credit_line_accounts.available_amount&lt;/span&gt;&lt;/div&gt;" vertex="1">
          <mxGeometry height="285" width="270" x="990" y="992.5" as="geometry" />
        </mxCell>
-         <mxCell id="P7TJZT1PVnBYbLh7lMs1-37" edge="1" parent="1" source="In8fDh9ZLN2M87an2Miy-161" style="edgeStyle=orthogonalEdgeStyle;rounded=0;orthogonalLoop=1;jettySize=auto;html=1;entryX=0;entryY=0.5;entryDx=0;entryDy=0;" target="In8fDh9ZLN2M87an2Miy-228">
+         <mxCell id="P7TJZT1PVnBYbLh7lMs1-58" edge="1" parent="1" source="In8fDh9ZLN2M87an2Miy-161" style="edgeStyle=orthogonalEdgeStyle;rounded=0;orthogonalLoop=1;jettySize=auto;html=1;entryX=0;entryY=0.5;entryDx=0;entryDy=0;" target="In8fDh9ZLN2M87an2Miy-152">
          <mxGeometry relative="1" as="geometry" />
        </mxCell>
        <mxCell id="In8fDh9ZLN2M87an2Miy-161" parent="1" style="rounded=0;whiteSpace=wrap;html=1;" value="&lt;span style=&quot;font-weight: 700;&quot;&gt;credit_line_accounts&lt;br&gt;&lt;/span&gt;row lock" vertex="1">
-           <mxGeometry height="60" width="145" x="280" y="1105" as="geometry" />
+           <mxGeometry height="60" width="145" x="750" y="1105" as="geometry" />
        </mxCell>
        <mxCell id="In8fDh9ZLN2M87an2Miy-165" edge="1" parent="1" source="In8fDh9ZLN2M87an2Miy-162" style="edgeStyle=orthogonalEdgeStyle;rounded=0;orthogonalLoop=1;jettySize=auto;html=1;" target="In8fDh9ZLN2M87an2Miy-12">
          <mxGeometry relative="1" as="geometry" />
        </mxCell>
        <mxCell id="In8fDh9ZLN2M87an2Miy-162" parent="1" style="rounded=0;whiteSpace=wrap;html=1;" value="&lt;span style=&quot;font-weight: 700; text-align: left;&quot;&gt;ROWLOCK -&amp;gt;&lt;br&gt;credit_line_accounts.reserved_amount &lt;br&gt;+= amount&lt;/span&gt;" vertex="1">
          <mxGeometry height="60" width="250" x="1360" y="1105" as="geometry" />
        </mxCell>
        <mxCell id="In8fDh9ZLN2M87an2Miy-174" parent="1" style="text;html=1;whiteSpace=wrap;strokeColor=none;fillColor=none;align=center;verticalAlign=middle;rounded=0;" value="&lt;div style=&quot;background-color:#ffffff;color:#080808&quot;&gt;&lt;pre style=&quot;font-family:&#39;JetBrains Mono&#39;,monospace;font-size:9.8pt;&quot;&gt;&lt;span style=&quot;color:#9e880d;&quot;&gt;@Transactional&lt;/span&gt;(propagation = &lt;span style=&quot;color:#000000;&quot;&gt;Propagation&lt;/span&gt;.&lt;span style=&quot;color:#871094;font-style:italic;&quot;&gt;REQUIRES_NEW&lt;/span&gt;)&lt;/pre&gt;&lt;/div&gt;" vertex="1">
          <mxGeometry height="30" width="240" x="1005" y="900" as="geometry" />
        </mxCell>
        <mxCell id="In8fDh9ZLN2M87an2Miy-175" parent="1" style="whiteSpace=wrap;html=1;" value="Rollback, return error" vertex="1">
          <mxGeometry height="60" width="132.5" x="1058.75" y="1352.5" as="geometry" />
        </mxCell>
        <mxCell id="In8fDh9ZLN2M87an2Miy-185" parent="1" style="whiteSpace=wrap;html=1;fontStyle=0;startSize=30;horizontal=1;" value="return success to client&lt;br&gt;(&quot;Request succeeded, will be processed within 5-10 mins&quot;?)" vertex="1">
          <mxGeometry height="162.5" width="210" x="2050" y="1053.75" as="geometry" />
        </mxCell>
        <mxCell id="In8fDh9ZLN2M87an2Miy-189" parent="1" style="text;html=1;whiteSpace=wrap;strokeColor=none;fillColor=none;align=center;verticalAlign=middle;rounded=0;fontSize=26;" value="&lt;div style=&quot;background-color:#ffffff;color:#080808&quot;&gt;&lt;pre style=&quot;font-family: &amp;quot;JetBrains Mono&amp;quot;, monospace;&quot;&gt;&lt;span style=&quot;color:#9e880d;&quot;&gt;@Transactional&lt;/span&gt;(propagation = &lt;span style=&quot;color:#000000;&quot;&gt;Propagation&lt;/span&gt;.&lt;span style=&quot;color:#871094;font-style:italic;&quot;&gt;REQUIRES_NEW&lt;/span&gt;)&lt;/pre&gt;&lt;/div&gt;" vertex="1">
          <mxGeometry height="30" width="240" x="4918.87" y="1265" as="geometry" />
        </mxCell>
        <mxCell id="In8fDh9ZLN2M87an2Miy-198" parent="1" style="text;html=1;whiteSpace=wrap;strokeColor=none;fillColor=none;align=center;verticalAlign=middle;rounded=0;fontSize=32;" value="BNPL request flow" vertex="1">
          <mxGeometry height="30" width="470" x="-80" y="2930" as="geometry" />
        </mxCell>
        <mxCell id="In8fDh9ZLN2M87an2Miy-199" edge="1" parent="1" source="In8fDh9ZLN2M87an2Miy-200" style="edgeStyle=orthogonalEdgeStyle;rounded=0;orthogonalLoop=1;jettySize=auto;html=1;" target="In8fDh9ZLN2M87an2Miy-202" value="">
          <mxGeometry relative="1" as="geometry" />
        </mxCell>
        <mxCell id="In8fDh9ZLN2M87an2Miy-200" parent="1" style="shape=umlActor;verticalLabelPosition=bottom;verticalAlign=top;html=1;outlineConnect=0;" value="Actor" vertex="1">
          <mxGeometry height="60" width="30" x="20" y="3135" as="geometry" />
        </mxCell>
        <mxCell id="In8fDh9ZLN2M87an2Miy-201" edge="1" parent="1" source="In8fDh9ZLN2M87an2Miy-202" style="edgeStyle=orthogonalEdgeStyle;rounded=0;orthogonalLoop=1;jettySize=auto;html=1;entryX=0.011;entryY=0.06;entryDx=0;entryDy=0;entryPerimeter=0;" target="In8fDh9ZLN2M87an2Miy-209" value="">
          <mxGeometry relative="1" as="geometry">
            <mxPoint x="440" y="3165" as="targetPoint" />
          </mxGeometry>
        </mxCell>
        <mxCell id="In8fDh9ZLN2M87an2Miy-202" parent="1" style="whiteSpace=wrap;html=1;verticalAlign=top;" value="&lt;div&gt;&lt;br&gt;&lt;/div&gt;&lt;div&gt;One tap loan&lt;/div&gt;" vertex="1">
          <mxGeometry height="60" width="120" x="230" y="3135" as="geometry" />
        </mxCell>
        <mxCell id="In8fDh9ZLN2M87an2Miy-203" edge="1" parent="1" source="In8fDh9ZLN2M87an2Miy-205" style="edgeStyle=orthogonalEdgeStyle;rounded=0;orthogonalLoop=1;jettySize=auto;html=1;" target="In8fDh9ZLN2M87an2Miy-206" value="">
          <mxGeometry relative="1" as="geometry" />
        </mxCell>
        <mxCell id="In8fDh9ZLN2M87an2Miy-204" connectable="0" parent="In8fDh9ZLN2M87an2Miy-203" style="edgeLabel;html=1;align=center;verticalAlign=middle;resizable=0;points=[];" value="0" vertex="1">
          <mxGeometry relative="1" x="-0.2091" y="-1" as="geometry">
            <mxPoint as="offset" />
          </mxGeometry>
        </mxCell>
        <mxCell id="In8fDh9ZLN2M87an2Miy-213" edge="1" parent="1" source="In8fDh9ZLN2M87an2Miy-205" style="edgeStyle=orthogonalEdgeStyle;rounded=0;orthogonalLoop=1;jettySize=auto;html=1;" target="In8fDh9ZLN2M87an2Miy-212" value="">
          <mxGeometry relative="1" as="geometry" />
        </mxCell>
        <mxCell id="In8fDh9ZLN2M87an2Miy-205" parent="1" style="rhombus;whiteSpace=wrap;html=1;verticalAlign=top;" value="&lt;br&gt;&lt;br&gt;&lt;div&gt;&lt;br&gt;&lt;/div&gt;&lt;div&gt;Loan validation&lt;br&gt;success&lt;/div&gt;" vertex="1">
          <mxGeometry height="120" width="140" x="720" y="3105" as="geometry" />
        </mxCell>
        <mxCell id="In8fDh9ZLN2M87an2Miy-206" parent="1" style="whiteSpace=wrap;html=1;verticalAlign=middle;" value="Return err message" vertex="1">
          <mxGeometry height="60" width="120" x="730" y="3305" as="geometry" />
        </mxCell>
        <mxCell id="In8fDh9ZLN2M87an2Miy-207" edge="1" parent="1" source="In8fDh9ZLN2M87an2Miy-208" style="edgeStyle=orthogonalEdgeStyle;rounded=0;orthogonalLoop=1;jettySize=auto;html=1;entryX=0;entryY=0.5;entryDx=0;entryDy=0;" target="In8fDh9ZLN2M87an2Miy-205">
          <mxGeometry relative="1" as="geometry" />
        </mxCell>
        <mxCell id="In8fDh9ZLN2M87an2Miy-208" parent="1" style="swimlane;fontStyle=0;childLayout=stackLayout;horizontal=1;startSize=30;horizontalStack=0;resizeParent=1;resizeParentMax=0;resizeLast=0;collapsible=1;marginBottom=0;whiteSpace=wrap;html=1;" value="Validations" vertex="1">
          <mxGeometry height="120" width="140" x="460" y="3135" as="geometry" />
        </mxCell>
        <mxCell id="In8fDh9ZLN2M87an2Miy-209" parent="In8fDh9ZLN2M87an2Miy-208" style="text;strokeColor=none;fillColor=none;align=left;verticalAlign=middle;spacingLeft=4;spacingRight=4;overflow=hidden;points=[[0,0.5],[1,0.5]];portConstraint=eastwest;rotatable=0;whiteSpace=wrap;html=1;" value="user status" vertex="1">
          <mxGeometry height="30" width="140" y="30" as="geometry" />
        </mxCell>
        <mxCell id="In8fDh9ZLN2M87an2Miy-210" parent="In8fDh9ZLN2M87an2Miy-208" style="text;strokeColor=none;fillColor=none;align=left;verticalAlign=middle;spacingLeft=4;spacingRight=4;overflow=hidden;points=[[0,0.5],[1,0.5]];portConstraint=eastwest;rotatable=0;whiteSpace=wrap;html=1;" value="kyc status" vertex="1">
          <mxGeometry height="30" width="140" y="60" as="geometry" />
        </mxCell>
        <mxCell id="In8fDh9ZLN2M87an2Miy-211" parent="In8fDh9ZLN2M87an2Miy-208" style="text;strokeColor=none;fillColor=none;align=left;verticalAlign=middle;spacingLeft=4;spacingRight=4;overflow=hidden;points=[[0,0.5],[1,0.5]];portConstraint=eastwest;rotatable=0;whiteSpace=wrap;html=1;" value="loan limit status" vertex="1">
          <mxGeometry height="30" width="140" y="90" as="geometry" />
        </mxCell>
        <mxCell id="In8fDh9ZLN2M87an2Miy-212" parent="1" style="whiteSpace=wrap;html=1;verticalAlign=middle;" value="Same as one-tap ??" vertex="1">
          <mxGeometry height="60" width="120" x="950" y="3135" as="geometry" />
        </mxCell>
        <mxCell id="In8fDh9ZLN2M87an2Miy-218" edge="1" parent="1" source="In8fDh9ZLN2M87an2Miy-214" style="edgeStyle=orthogonalEdgeStyle;rounded=0;orthogonalLoop=1;jettySize=auto;html=1;entryX=0;entryY=0.5;entryDx=0;entryDy=0;" target="In8fDh9ZLN2M87an2Miy-134">
          <mxGeometry relative="1" as="geometry">
            <Array as="points">
              <mxPoint x="4860" y="2630" />
            </Array>
          </mxGeometry>
        </mxCell>
        <mxCell id="In8fDh9ZLN2M87an2Miy-221" edge="1" parent="1" source="In8fDh9ZLN2M87an2Miy-214" style="edgeStyle=orthogonalEdgeStyle;rounded=0;orthogonalLoop=1;jettySize=auto;html=1;entryX=0;entryY=0.5;entryDx=0;entryDy=0;" target="In8fDh9ZLN2M87an2Miy-149">
          <mxGeometry relative="1" as="geometry">
            <Array as="points">
              <mxPoint x="4303" y="2680" />
            </Array>
          </mxGeometry>
        </mxCell>
        <mxCell id="In8fDh9ZLN2M87an2Miy-214" parent="1" style="rhombus;whiteSpace=wrap;html=1;" value="200" vertex="1">
          <mxGeometry height="80" width="80" x="4262.62" y="2590" as="geometry" />
        </mxCell>
        <mxCell id="In8fDh9ZLN2M87an2Miy-223" edge="1" parent="1" source="In8fDh9ZLN2M87an2Miy-222" style="edgeStyle=orthogonalEdgeStyle;rounded=0;orthogonalLoop=1;jettySize=auto;html=1;" target="In8fDh9ZLN2M87an2Miy-134">
          <mxGeometry relative="1" as="geometry" />
        </mxCell>
        <mxCell id="In8fDh9ZLN2M87an2Miy-226" edge="1" parent="1" source="In8fDh9ZLN2M87an2Miy-222" style="edgeStyle=orthogonalEdgeStyle;rounded=0;orthogonalLoop=1;jettySize=auto;html=1;" target="In8fDh9ZLN2M87an2Miy-225" value="">
          <mxGeometry relative="1" as="geometry" />
        </mxCell>
        <mxCell id="In8fDh9ZLN2M87an2Miy-222" parent="1" style="rhombus;whiteSpace=wrap;html=1;" value="loan -&amp;gt; casa &lt;br&gt;amount match" vertex="1">
          <mxGeometry height="156.25" width="155" x="4561.37" y="2201.88" as="geometry" />
        </mxCell>
        <mxCell id="In8fDh9ZLN2M87an2Miy-225" parent="1" style="whiteSpace=wrap;html=1;" value="status = manual_review??" vertex="1">
          <mxGeometry height="60" width="120" x="4578.87" y="2429.995" as="geometry" />
        </mxCell>
-         <mxCell id="P7TJZT1PVnBYbLh7lMs1-38" edge="1" parent="1" source="In8fDh9ZLN2M87an2Miy-228" style="edgeStyle=orthogonalEdgeStyle;rounded=0;orthogonalLoop=1;jettySize=auto;html=1;entryX=0.5;entryY=0;entryDx=0;entryDy=0;" target="In8fDh9ZLN2M87an2Miy-233">
-           <mxGeometry relative="1" as="geometry" />
-         </mxCell>
-         <mxCell id="P7TJZT1PVnBYbLh7lMs1-39" edge="1" parent="1" source="In8fDh9ZLN2M87an2Miy-228" style="edgeStyle=orthogonalEdgeStyle;rounded=0;orthogonalLoop=1;jettySize=auto;html=1;" target="In8fDh9ZLN2M87an2Miy-152">
-           <mxGeometry relative="1" as="geometry" />
-         </mxCell>
-         <mxCell id="In8fDh9ZLN2M87an2Miy-228" parent="1" style="rhombus;whiteSpace=wrap;html=1;" value="Polaris&lt;br&gt;/line/&lt;span style=&quot;color: rgb(33, 33, 33); font-family: Inter, system-ui, -apple-system, &amp;quot;system-ui&amp;quot;, &amp;quot;Segoe UI&amp;quot;, Roboto, Oxygen, Ubuntu, Cantarell, &amp;quot;Fira Sans&amp;quot;, &amp;quot;Droid Sans&amp;quot;, Helvetica, Arial, sans-serif; text-align: left; white-space: pre-wrap; background-color: rgb(255, 255, 255);&quot;&gt;getAccountDetail&lt;/span&gt;&lt;br&gt;200" vertex="1">
-           <mxGeometry height="225" width="250" x="570" y="1022.5" as="geometry" />
-         </mxCell>
-         <mxCell id="In8fDh9ZLN2M87an2Miy-236" edge="1" parent="1" source="In8fDh9ZLN2M87an2Miy-233" style="edgeStyle=orthogonalEdgeStyle;rounded=0;orthogonalLoop=1;jettySize=auto;html=1;" target="In8fDh9ZLN2M87an2Miy-235" value="">
-           <mxGeometry relative="1" as="geometry" />
-         </mxCell>
-         <mxCell id="In8fDh9ZLN2M87an2Miy-242" edge="1" parent="1" source="In8fDh9ZLN2M87an2Miy-233" style="edgeStyle=orthogonalEdgeStyle;rounded=0;orthogonalLoop=1;jettySize=auto;html=1;entryX=0;entryY=0.5;entryDx=0;entryDy=0;" target="In8fDh9ZLN2M87an2Miy-241" value="">
-           <mxGeometry relative="1" as="geometry">
-             <mxPoint x="765" y="1362.5" as="targetPoint" />
-           </mxGeometry>
-         </mxCell>
-         <mxCell id="In8fDh9ZLN2M87an2Miy-233" parent="1" style="rhombus;whiteSpace=wrap;html=1;" value="501" vertex="1">
-           <mxGeometry height="80" width="80" x="655" y="1322.5" as="geometry" />
-         </mxCell>
-         <mxCell id="In8fDh9ZLN2M87an2Miy-238" edge="1" parent="1" source="In8fDh9ZLN2M87an2Miy-235" style="edgeStyle=orthogonalEdgeStyle;rounded=0;orthogonalLoop=1;jettySize=auto;html=1;entryX=0;entryY=0.5;entryDx=0;entryDy=0;" target="In8fDh9ZLN2M87an2Miy-237" value="">
-           <mxGeometry relative="1" as="geometry">
-             <mxPoint x="835" y="1615" as="targetPoint" />
-           </mxGeometry>
-         </mxCell>
-         <mxCell id="In8fDh9ZLN2M87an2Miy-240" edge="1" parent="1" source="In8fDh9ZLN2M87an2Miy-235" style="edgeStyle=orthogonalEdgeStyle;rounded=0;orthogonalLoop=1;jettySize=auto;html=1;" target="In8fDh9ZLN2M87an2Miy-239" value="">
-           <mxGeometry relative="1" as="geometry" />
-         </mxCell>
-         <mxCell id="In8fDh9ZLN2M87an2Miy-235" parent="1" style="rhombus;whiteSpace=wrap;html=1;" value="timeout, http err" vertex="1">
-           <mxGeometry height="125" width="120" x="635" y="1552.5" as="geometry" />
-         </mxCell>
-         <mxCell id="In8fDh9ZLN2M87an2Miy-237" parent="1" style="whiteSpace=wrap;html=1;" value="return err msg&lt;br&gt;try again" vertex="1">
-           <mxGeometry height="60" width="120" x="855" y="1585" as="geometry" />
-         </mxCell>
-         <mxCell id="In8fDh9ZLN2M87an2Miy-239" parent="1" style="whiteSpace=wrap;html=1;" value="return err msg&lt;br&gt;try again?" vertex="1">
-           <mxGeometry height="60" width="120" x="635" y="1740" as="geometry" />
-         </mxCell>
-         <mxCell id="In8fDh9ZLN2M87an2Miy-241" parent="1" style="whiteSpace=wrap;html=1;" value="return err msg?" vertex="1">
-           <mxGeometry height="60" width="120" x="845" y="1332.5" as="geometry" />
-         </mxCell>
        <mxCell id="P7TJZT1PVnBYbLh7lMs1-3" parent="1" style="whiteSpace=wrap;html=1;rounded=0;" value="Polaris&lt;br&gt;/line/openAccount" vertex="1">
          <mxGeometry height="60" width="120" x="2420" y="210" as="geometry" />
        </mxCell>
        <mxCell id="P7TJZT1PVnBYbLh7lMs1-5" parent="1" style="swimlane;fontStyle=0;childLayout=stackLayout;horizontal=1;startSize=30;horizontalStack=0;resizeParent=1;resizeParentMax=0;resizeLast=0;collapsible=1;marginBottom=0;whiteSpace=wrap;html=1;" value="expected calls in order:" vertex="1">
          <mxGeometry height="210" width="270" x="3160" y="1991.88" as="geometry" />
        </mxCell>
        <mxCell id="P7TJZT1PVnBYbLh7lMs1-6" parent="P7TJZT1PVnBYbLh7lMs1-5" style="text;strokeColor=none;fillColor=none;align=left;verticalAlign=middle;spacingLeft=4;spacingRight=4;overflow=hidden;points=[[0,0.5],[1,0.5]];portConstraint=eastwest;rotatable=0;whiteSpace=wrap;html=1;" value="&lt;span style=&quot;text-align: center;&quot;&gt;/loan/createAccount - no retry&lt;/span&gt;" vertex="1">
          <mxGeometry height="30" width="270" y="30" as="geometry" />
        </mxCell>
        <mxCell id="P7TJZT1PVnBYbLh7lMs1-7" parent="P7TJZT1PVnBYbLh7lMs1-5" style="text;strokeColor=none;fillColor=none;align=left;verticalAlign=middle;spacingLeft=4;spacingRight=4;overflow=hidden;points=[[0,0.5],[1,0.5]];portConstraint=eastwest;rotatable=0;whiteSpace=wrap;html=1;" value="&lt;span style=&quot;text-align: center;&quot;&gt;/loan/&lt;/span&gt;&lt;span style=&quot;background-color: rgb(252, 246, 219); color: rgb(0, 0, 0); font-family: &amp;quot;Anonymous Pro&amp;quot;, Menlo, Consolas, &amp;quot;Bitstream Vera Sans Mono&amp;quot;, &amp;quot;Courier New&amp;quot;, monospace; font-size: 0.9em;&quot;&gt;createNrsSchedule - retry&lt;/span&gt;" vertex="1">
          <mxGeometry height="30" width="270" y="60" as="geometry" />
        </mxCell>
        <mxCell id="P7TJZT1PVnBYbLh7lMs1-8" parent="P7TJZT1PVnBYbLh7lMs1-5" style="text;strokeColor=none;fillColor=none;align=left;verticalAlign=middle;spacingLeft=4;spacingRight=4;overflow=hidden;points=[[0,0.5],[1,0.5]];portConstraint=eastwest;rotatable=0;whiteSpace=wrap;html=1;" value="&lt;span style=&quot;text-align: center;&quot;&gt;/loan/openAccount - retry&lt;/span&gt;" vertex="1">
          <mxGeometry height="30" width="270" y="90" as="geometry" />
        </mxCell>
        <mxCell id="P7TJZT1PVnBYbLh7lMs1-9" parent="P7TJZT1PVnBYbLh7lMs1-5" style="text;strokeColor=none;fillColor=none;align=left;verticalAlign=middle;spacingLeft=4;spacingRight=4;overflow=hidden;points=[[0,0.5],[1,0.5]];portConstraint=eastwest;rotatable=0;whiteSpace=wrap;html=1;" value="&lt;span style=&quot;font-family: &amp;quot;Anonymous Pro&amp;quot;, Menlo, Consolas, &amp;quot;Bitstream Vera Sans Mono&amp;quot;, &amp;quot;Courier New&amp;quot;, monospace; font-size: 10.8px; white-space: pre-wrap;&quot;&gt;&lt;font style=&quot;color: light-dark(rgb(237, 237, 237), rgb(255, 255, 255));&quot;&gt;/line/linkLineAccountToLoan - retry?&lt;/font&gt;&lt;/span&gt;" vertex="1">
          <mxGeometry height="30" width="270" y="120" as="geometry" />
        </mxCell>
        <mxCell id="P7TJZT1PVnBYbLh7lMs1-10" parent="P7TJZT1PVnBYbLh7lMs1-5" style="text;strokeColor=none;fillColor=none;align=left;verticalAlign=middle;spacingLeft=4;spacingRight=4;overflow=hidden;points=[[0,0.5],[1,0.5]];portConstraint=eastwest;rotatable=0;whiteSpace=wrap;html=1;" value="&lt;span style=&quot;text-align: center;&quot;&gt;/loan/&lt;/span&gt;&lt;span style=&quot;white-space: pre-wrap; color: rgb(33, 33, 33); font-family: Inter, system-ui, -apple-system, &amp;quot;system-ui&amp;quot;, &amp;quot;Segoe UI&amp;quot;, Roboto, Oxygen, Ubuntu, Cantarell, &amp;quot;Fira Sans&amp;quot;, &amp;quot;Droid Sans&amp;quot;, Helvetica, Arial, sans-serif; background-color: rgb(255, 255, 255);&quot;&gt;grantLoanNonCash - retry&lt;/span&gt;" vertex="1">
          <mxGeometry height="30" width="270" y="150" as="geometry" />
        </mxCell>
        <mxCell id="P7TJZT1PVnBYbLh7lMs1-11" parent="P7TJZT1PVnBYbLh7lMs1-5" style="text;strokeColor=none;fillColor=none;align=left;verticalAlign=middle;spacingLeft=4;spacingRight=4;overflow=hidden;points=[[0,0.5],[1,0.5]];portConstraint=eastwest;rotatable=0;whiteSpace=wrap;html=1;" value="&lt;font face=&quot;Inter, system-ui, -apple-system, system-ui, Segoe UI, Roboto, Oxygen, Ubuntu, Cantarell, Fira Sans, Droid Sans, Helvetica, Arial, sans-serif&quot; style=&quot;color: light-dark(rgb(188, 188, 188), rgb(255, 255, 255));&quot;&gt;&lt;span style=&quot;white-space-collapse: preserve;&quot;&gt;CGW Trigger ??&lt;/span&gt;&lt;/font&gt;" vertex="1">
          <mxGeometry height="30" width="270" y="180" as="geometry" />
        </mxCell>
        <mxCell id="P7TJZT1PVnBYbLh7lMs1-17" edge="1" parent="1" source="P7TJZT1PVnBYbLh7lMs1-15" style="edgeStyle=orthogonalEdgeStyle;rounded=0;orthogonalLoop=1;jettySize=auto;html=1;" target="P7TJZT1PVnBYbLh7lMs1-16" value="">
          <mxGeometry relative="1" as="geometry" />
        </mxCell>
        <mxCell id="P7TJZT1PVnBYbLh7lMs1-15" parent="1" style="rounded=0;whiteSpace=wrap;html=1;" value="/loan/&lt;span style=&quot;background-color: rgb(252, 246, 219); color: rgb(0, 0, 0); font-family: &amp;quot;Anonymous Pro&amp;quot;, Menlo, Consolas, &amp;quot;Bitstream Vera Sans Mono&amp;quot;, &amp;quot;Courier New&amp;quot;, monospace; font-size: 0.9em; text-align: start;&quot;&gt;getCustomerLoanAccountList&lt;/span&gt;" vertex="1">
          <mxGeometry height="60" width="270" x="2890" y="2243.75" as="geometry" />
        </mxCell>
        <mxCell id="P7TJZT1PVnBYbLh7lMs1-23" edge="1" parent="1" source="P7TJZT1PVnBYbLh7lMs1-16" style="edgeStyle=orthogonalEdgeStyle;rounded=0;orthogonalLoop=1;jettySize=auto;html=1;" target="P7TJZT1PVnBYbLh7lMs1-22" value="">
          <mxGeometry relative="1" as="geometry" />
        </mxCell>
        <mxCell id="P7TJZT1PVnBYbLh7lMs1-33" edge="1" parent="1" source="P7TJZT1PVnBYbLh7lMs1-16" style="edgeStyle=orthogonalEdgeStyle;rounded=0;orthogonalLoop=1;jettySize=auto;html=1;" target="P7TJZT1PVnBYbLh7lMs1-32" value="">
          <mxGeometry relative="1" as="geometry" />
        </mxCell>
        <mxCell id="P7TJZT1PVnBYbLh7lMs1-16" parent="1" style="rhombus;whiteSpace=wrap;html=1;rounded=0;" value="product match&lt;br&gt;amount match&lt;br&gt;status = new" vertex="1">
          <mxGeometry height="190" width="190" x="2930" y="2371.87" as="geometry" />
        </mxCell>
        <mxCell id="P7TJZT1PVnBYbLh7lMs1-25" edge="1" parent="1" source="P7TJZT1PVnBYbLh7lMs1-22" style="edgeStyle=orthogonalEdgeStyle;rounded=0;orthogonalLoop=1;jettySize=auto;html=1;" target="P7TJZT1PVnBYbLh7lMs1-24" value="">
          <mxGeometry relative="1" as="geometry" />
        </mxCell>
        <mxCell id="P7TJZT1PVnBYbLh7lMs1-22" parent="1" style="whiteSpace=wrap;html=1;rounded=0;" value="/loan/&lt;span style=&quot;background-color: rgb(252, 246, 219); color: rgb(0, 0, 0); font-family: &amp;quot;Anonymous Pro&amp;quot;, Menlo, Consolas, &amp;quot;Bitstream Vera Sans Mono&amp;quot;, &amp;quot;Courier New&amp;quot;, monospace; font-size: 0.9em; text-align: start;&quot;&gt;getNrsSchedule&lt;/span&gt;" vertex="1">
          <mxGeometry height="60" width="215" x="3200" y="2436.87" as="geometry" />
        </mxCell>
        <mxCell id="P7TJZT1PVnBYbLh7lMs1-29" edge="1" parent="1" source="P7TJZT1PVnBYbLh7lMs1-24" style="edgeStyle=orthogonalEdgeStyle;rounded=0;orthogonalLoop=1;jettySize=auto;html=1;" target="P7TJZT1PVnBYbLh7lMs1-28" value="">
          <mxGeometry relative="1" as="geometry" />
        </mxCell>
        <mxCell id="P7TJZT1PVnBYbLh7lMs1-31" edge="1" parent="1" source="P7TJZT1PVnBYbLh7lMs1-24" style="edgeStyle=orthogonalEdgeStyle;rounded=0;orthogonalLoop=1;jettySize=auto;html=1;" target="P7TJZT1PVnBYbLh7lMs1-30" value="">
          <mxGeometry relative="1" as="geometry" />
        </mxCell>
        <mxCell id="P7TJZT1PVnBYbLh7lMs1-24" parent="1" style="rhombus;whiteSpace=wrap;html=1;rounded=0;" value="schedule match?" vertex="1">
          <mxGeometry height="115" width="110" x="3510" y="2409.37" as="geometry" />
        </mxCell>
        <mxCell id="P7TJZT1PVnBYbLh7lMs1-28" parent="1" style="whiteSpace=wrap;html=1;rounded=0;" value="/loan/openAccount&amp;nbsp;" vertex="1">
          <mxGeometry height="60" width="155" x="3695" y="2436.87" as="geometry" />
        </mxCell>
        <mxCell id="P7TJZT1PVnBYbLh7lMs1-30" parent="1" style="whiteSpace=wrap;html=1;rounded=0;" value="/loan/&lt;span style=&quot;background-color: rgb(252, 246, 219); color: rgb(0, 0, 0); font-family: &amp;quot;Anonymous Pro&amp;quot;, Menlo, Consolas, &amp;quot;Bitstream Vera Sans Mono&amp;quot;, &amp;quot;Courier New&amp;quot;, monospace; font-size: 0.9em; text-align: start;&quot;&gt;updateNrsSchedule&lt;/span&gt;" vertex="1">
          <mxGeometry height="60" width="195" x="3467.5" y="2631.87" as="geometry" />
        </mxCell>
        <mxCell id="P7TJZT1PVnBYbLh7lMs1-32" parent="1" style="rhombus;whiteSpace=wrap;html=1;rounded=0;" value="product match&lt;br&gt;amount match&lt;br&gt;status = active" vertex="1">
          <mxGeometry height="213.13" width="213.13" x="2918.43" y="2696.87" as="geometry" />
        </mxCell>
        <mxCell id="P7TJZT1PVnBYbLh7lMs1-44" edge="1" parent="1" source="P7TJZT1PVnBYbLh7lMs1-41" style="edgeStyle=orthogonalEdgeStyle;rounded=0;orthogonalLoop=1;jettySize=auto;html=1;" target="P7TJZT1PVnBYbLh7lMs1-43" value="">
          <mxGeometry relative="1" as="geometry" />
        </mxCell>
        <mxCell id="P7TJZT1PVnBYbLh7lMs1-41" parent="1" style="whiteSpace=wrap;html=1;verticalAlign=middle;" value="Rate limit by user" vertex="1">
          <mxGeometry height="60" width="120" x="-660" y="1105" as="geometry" />
        </mxCell>
        <mxCell id="P7TJZT1PVnBYbLh7lMs1-43" parent="1" style="whiteSpace=wrap;html=1;" value="Circuit breaker" vertex="1">
          <mxGeometry height="60" width="120" x="-485" y="1105" as="geometry" />
        </mxCell>
        <mxCell id="P7TJZT1PVnBYbLh7lMs1-45" edge="1" parent="1" source="P7TJZT1PVnBYbLh7lMs1-43" style="edgeStyle=orthogonalEdgeStyle;rounded=0;orthogonalLoop=1;jettySize=auto;html=1;entryX=-0.015;entryY=0.128;entryDx=0;entryDy=0;entryPerimeter=0;" target="In8fDh9ZLN2M87an2Miy-27">
          <mxGeometry relative="1" as="geometry" />
        </mxCell>
        <mxCell id="P7TJZT1PVnBYbLh7lMs1-46" parent="1" style="swimlane;fontStyle=0;childLayout=stackLayout;horizontal=1;startSize=30;horizontalStack=0;resizeParent=1;resizeParentMax=0;resizeLast=0;collapsible=1;marginBottom=0;whiteSpace=wrap;html=1;" value="alternative batch calls in order" vertex="1">
          <mxGeometry height="210" width="270" x="2040" y="1290" as="geometry" />
        </mxCell>
        <mxCell id="P7TJZT1PVnBYbLh7lMs1-47" parent="P7TJZT1PVnBYbLh7lMs1-46" style="text;strokeColor=none;fillColor=none;align=left;verticalAlign=middle;spacingLeft=4;spacingRight=4;overflow=hidden;points=[[0,0.5],[1,0.5]];portConstraint=eastwest;rotatable=0;whiteSpace=wrap;html=1;" value="&lt;span style=&quot;text-align: center;&quot;&gt;/loan/createAccount - no retry&lt;/span&gt;" vertex="1">
          <mxGeometry height="30" width="270" y="30" as="geometry" />
        </mxCell>
        <mxCell id="P7TJZT1PVnBYbLh7lMs1-48" parent="P7TJZT1PVnBYbLh7lMs1-46" style="text;strokeColor=none;fillColor=none;align=left;verticalAlign=middle;spacingLeft=4;spacingRight=4;overflow=hidden;points=[[0,0.5],[1,0.5]];portConstraint=eastwest;rotatable=0;whiteSpace=wrap;html=1;" value="&lt;span style=&quot;text-align: center;&quot;&gt;/loan/&lt;/span&gt;&lt;span style=&quot;background-color: rgb(252, 246, 219); color: rgb(0, 0, 0); font-family: &amp;quot;Anonymous Pro&amp;quot;, Menlo, Consolas, &amp;quot;Bitstream Vera Sans Mono&amp;quot;, &amp;quot;Courier New&amp;quot;, monospace; font-size: 0.9em;&quot;&gt;createNrsSchedule - retry&lt;/span&gt;" vertex="1">
          <mxGeometry height="30" width="270" y="60" as="geometry" />
        </mxCell>
        <mxCell id="P7TJZT1PVnBYbLh7lMs1-49" parent="P7TJZT1PVnBYbLh7lMs1-46" style="text;strokeColor=none;fillColor=none;align=left;verticalAlign=middle;spacingLeft=4;spacingRight=4;overflow=hidden;points=[[0,0.5],[1,0.5]];portConstraint=eastwest;rotatable=0;whiteSpace=wrap;html=1;" value="&lt;span style=&quot;text-align: center;&quot;&gt;/loan/openAccount - retry&lt;/span&gt;" vertex="1">
          <mxGeometry height="30" width="270" y="90" as="geometry" />
        </mxCell>
        <mxCell id="P7TJZT1PVnBYbLh7lMs1-50" parent="P7TJZT1PVnBYbLh7lMs1-46" style="text;strokeColor=none;fillColor=none;align=left;verticalAlign=middle;spacingLeft=4;spacingRight=4;overflow=hidden;points=[[0,0.5],[1,0.5]];portConstraint=eastwest;rotatable=0;whiteSpace=wrap;html=1;" value="&lt;span style=&quot;font-family: &amp;quot;Anonymous Pro&amp;quot;, Menlo, Consolas, &amp;quot;Bitstream Vera Sans Mono&amp;quot;, &amp;quot;Courier New&amp;quot;, monospace; font-size: 10.8px; white-space: pre-wrap;&quot;&gt;&lt;font style=&quot;color: light-dark(rgb(237, 237, 237), rgb(255, 255, 255));&quot;&gt;/line/linkLineAccountToLoan - retry&lt;/font&gt;&lt;/span&gt;" vertex="1">
          <mxGeometry height="30" width="270" y="120" as="geometry" />
        </mxCell>
        <mxCell id="P7TJZT1PVnBYbLh7lMs1-51" parent="P7TJZT1PVnBYbLh7lMs1-46" style="text;strokeColor=none;fillColor=none;align=left;verticalAlign=middle;spacingLeft=4;spacingRight=4;overflow=hidden;points=[[0,0.5],[1,0.5]];portConstraint=eastwest;rotatable=0;whiteSpace=wrap;html=1;" value="&lt;span style=&quot;text-align: center;&quot;&gt;/loan/&lt;/span&gt;&lt;span style=&quot;white-space: pre-wrap; color: rgb(33, 33, 33); font-family: Inter, system-ui, -apple-system, &amp;quot;system-ui&amp;quot;, &amp;quot;Segoe UI&amp;quot;, Roboto, Oxygen, Ubuntu, Cantarell, &amp;quot;Fira Sans&amp;quot;, &amp;quot;Droid Sans&amp;quot;, Helvetica, Arial, sans-serif; background-color: rgb(255, 255, 255);&quot;&gt;grantLoanNonCash - retry&lt;/span&gt;" vertex="1">
          <mxGeometry height="30" width="270" y="150" as="geometry" />
        </mxCell>
        <mxCell id="P7TJZT1PVnBYbLh7lMs1-52" parent="P7TJZT1PVnBYbLh7lMs1-46" style="text;strokeColor=none;fillColor=none;align=left;verticalAlign=middle;spacingLeft=4;spacingRight=4;overflow=hidden;points=[[0,0.5],[1,0.5]];portConstraint=eastwest;rotatable=0;whiteSpace=wrap;html=1;" value="&lt;font face=&quot;Inter, system-ui, -apple-system, system-ui, Segoe UI, Roboto, Oxygen, Ubuntu, Cantarell, Fira Sans, Droid Sans, Helvetica, Arial, sans-serif&quot; style=&quot;color: light-dark(rgb(188, 188, 188), rgb(255, 255, 255));&quot;&gt;&lt;span style=&quot;white-space-collapse: preserve;&quot;&gt;CGW Trigger - no retry&lt;/span&gt;&lt;/font&gt;" vertex="1">
          <mxGeometry height="30" width="270" y="180" as="geometry" />
+         </mxCell>
+         <mxCell id="P7TJZT1PVnBYbLh7lMs1-55" connectable="0" parent="1" style="group" value="" vertex="1">
+           <mxGeometry height="777.5" width="405" x="223" y="1022.5" as="geometry" />
+         </mxCell>
+         <mxCell id="P7TJZT1PVnBYbLh7lMs1-38" edge="1" parent="P7TJZT1PVnBYbLh7lMs1-55" source="In8fDh9ZLN2M87an2Miy-228" style="edgeStyle=orthogonalEdgeStyle;rounded=0;orthogonalLoop=1;jettySize=auto;html=1;entryX=0.5;entryY=0;entryDx=0;entryDy=0;" target="In8fDh9ZLN2M87an2Miy-233">
+           <mxGeometry relative="1" as="geometry" />
+         </mxCell>
+         <mxCell id="In8fDh9ZLN2M87an2Miy-228" parent="P7TJZT1PVnBYbLh7lMs1-55" style="rhombus;whiteSpace=wrap;html=1;" value="Polaris&lt;br&gt;/line/&lt;span style=&quot;color: rgb(33, 33, 33); font-family: Inter, system-ui, -apple-system, &amp;quot;system-ui&amp;quot;, &amp;quot;Segoe UI&amp;quot;, Roboto, Oxygen, Ubuntu, Cantarell, &amp;quot;Fira Sans&amp;quot;, &amp;quot;Droid Sans&amp;quot;, Helvetica, Arial, sans-serif; text-align: left; white-space: pre-wrap; background-color: rgb(255, 255, 255);&quot;&gt;getAccountDetail&lt;/span&gt;&lt;br&gt;200" vertex="1">
+           <mxGeometry height="225" width="250" as="geometry" />
+         </mxCell>
+         <mxCell id="In8fDh9ZLN2M87an2Miy-236" edge="1" parent="P7TJZT1PVnBYbLh7lMs1-55" source="In8fDh9ZLN2M87an2Miy-233" style="edgeStyle=orthogonalEdgeStyle;rounded=0;orthogonalLoop=1;jettySize=auto;html=1;" target="In8fDh9ZLN2M87an2Miy-235" value="">
+           <mxGeometry relative="1" as="geometry" />
+         </mxCell>
+         <mxCell id="In8fDh9ZLN2M87an2Miy-242" edge="1" parent="P7TJZT1PVnBYbLh7lMs1-55" source="In8fDh9ZLN2M87an2Miy-233" style="edgeStyle=orthogonalEdgeStyle;rounded=0;orthogonalLoop=1;jettySize=auto;html=1;entryX=0;entryY=0.5;entryDx=0;entryDy=0;" target="In8fDh9ZLN2M87an2Miy-241" value="">
+           <mxGeometry relative="1" as="geometry">
+             <mxPoint x="195" y="340" as="targetPoint" />
+           </mxGeometry>
+         </mxCell>
+         <mxCell id="In8fDh9ZLN2M87an2Miy-233" parent="P7TJZT1PVnBYbLh7lMs1-55" style="rhombus;whiteSpace=wrap;html=1;" value="501" vertex="1">
+           <mxGeometry height="80" width="80" x="85" y="300" as="geometry" />
+         </mxCell>
+         <mxCell id="In8fDh9ZLN2M87an2Miy-238" edge="1" parent="P7TJZT1PVnBYbLh7lMs1-55" source="In8fDh9ZLN2M87an2Miy-235" style="edgeStyle=orthogonalEdgeStyle;rounded=0;orthogonalLoop=1;jettySize=auto;html=1;entryX=0;entryY=0.5;entryDx=0;entryDy=0;" target="In8fDh9ZLN2M87an2Miy-237" value="">
+           <mxGeometry relative="1" as="geometry">
+             <mxPoint x="265" y="592.5" as="targetPoint" />
+           </mxGeometry>
+         </mxCell>
+         <mxCell id="In8fDh9ZLN2M87an2Miy-240" edge="1" parent="P7TJZT1PVnBYbLh7lMs1-55" source="In8fDh9ZLN2M87an2Miy-235" style="edgeStyle=orthogonalEdgeStyle;rounded=0;orthogonalLoop=1;jettySize=auto;html=1;" target="In8fDh9ZLN2M87an2Miy-239" value="">
+           <mxGeometry relative="1" as="geometry" />
+         </mxCell>
+         <mxCell id="In8fDh9ZLN2M87an2Miy-235" parent="P7TJZT1PVnBYbLh7lMs1-55" style="rhombus;whiteSpace=wrap;html=1;" value="timeout, http err" vertex="1">
+           <mxGeometry height="125" width="120" x="65" y="530" as="geometry" />
+         </mxCell>
+         <mxCell id="In8fDh9ZLN2M87an2Miy-237" parent="P7TJZT1PVnBYbLh7lMs1-55" style="whiteSpace=wrap;html=1;" value="return err msg&lt;br&gt;try again" vertex="1">
+           <mxGeometry height="60" width="120" x="285" y="562.5" as="geometry" />
+         </mxCell>
+         <mxCell id="P7TJZT1PVnBYbLh7lMs1-54" edge="1" parent="P7TJZT1PVnBYbLh7lMs1-55" source="In8fDh9ZLN2M87an2Miy-239" style="edgeStyle=orthogonalEdgeStyle;rounded=0;orthogonalLoop=1;jettySize=auto;html=1;" target="P7TJZT1PVnBYbLh7lMs1-53" value="">
+           <mxGeometry relative="1" as="geometry" />
+         </mxCell>
+         <mxCell id="In8fDh9ZLN2M87an2Miy-239" parent="P7TJZT1PVnBYbLh7lMs1-55" style="whiteSpace=wrap;html=1;" value="return err msg&lt;br&gt;try again?" vertex="1">
+           <mxGeometry height="60" width="120" x="65" y="717.5" as="geometry" />
+         </mxCell>
+         <mxCell id="In8fDh9ZLN2M87an2Miy-241" parent="P7TJZT1PVnBYbLh7lMs1-55" style="whiteSpace=wrap;html=1;" value="return err msg?" vertex="1">
+           <mxGeometry height="60" width="120" x="275" y="310" as="geometry" />
+         </mxCell>
+         <mxCell id="P7TJZT1PVnBYbLh7lMs1-53" parent="P7TJZT1PVnBYbLh7lMs1-55" style="whiteSpace=wrap;html=1;" value="return err msg&lt;br&gt;try again?" vertex="1">
+           <mxGeometry height="60" width="120" x="65" y="577.5" as="geometry" />
+         </mxCell>
+         <mxCell id="P7TJZT1PVnBYbLh7lMs1-57" edge="1" parent="1" source="In8fDh9ZLN2M87an2Miy-228" style="edgeStyle=orthogonalEdgeStyle;rounded=0;orthogonalLoop=1;jettySize=auto;html=1;" target="In8fDh9ZLN2M87an2Miy-161">
+           <mxGeometry relative="1" as="geometry" />
        </mxCell>
      </root>
    </mxGraphModel>
  </diagram>
</mxfile>
